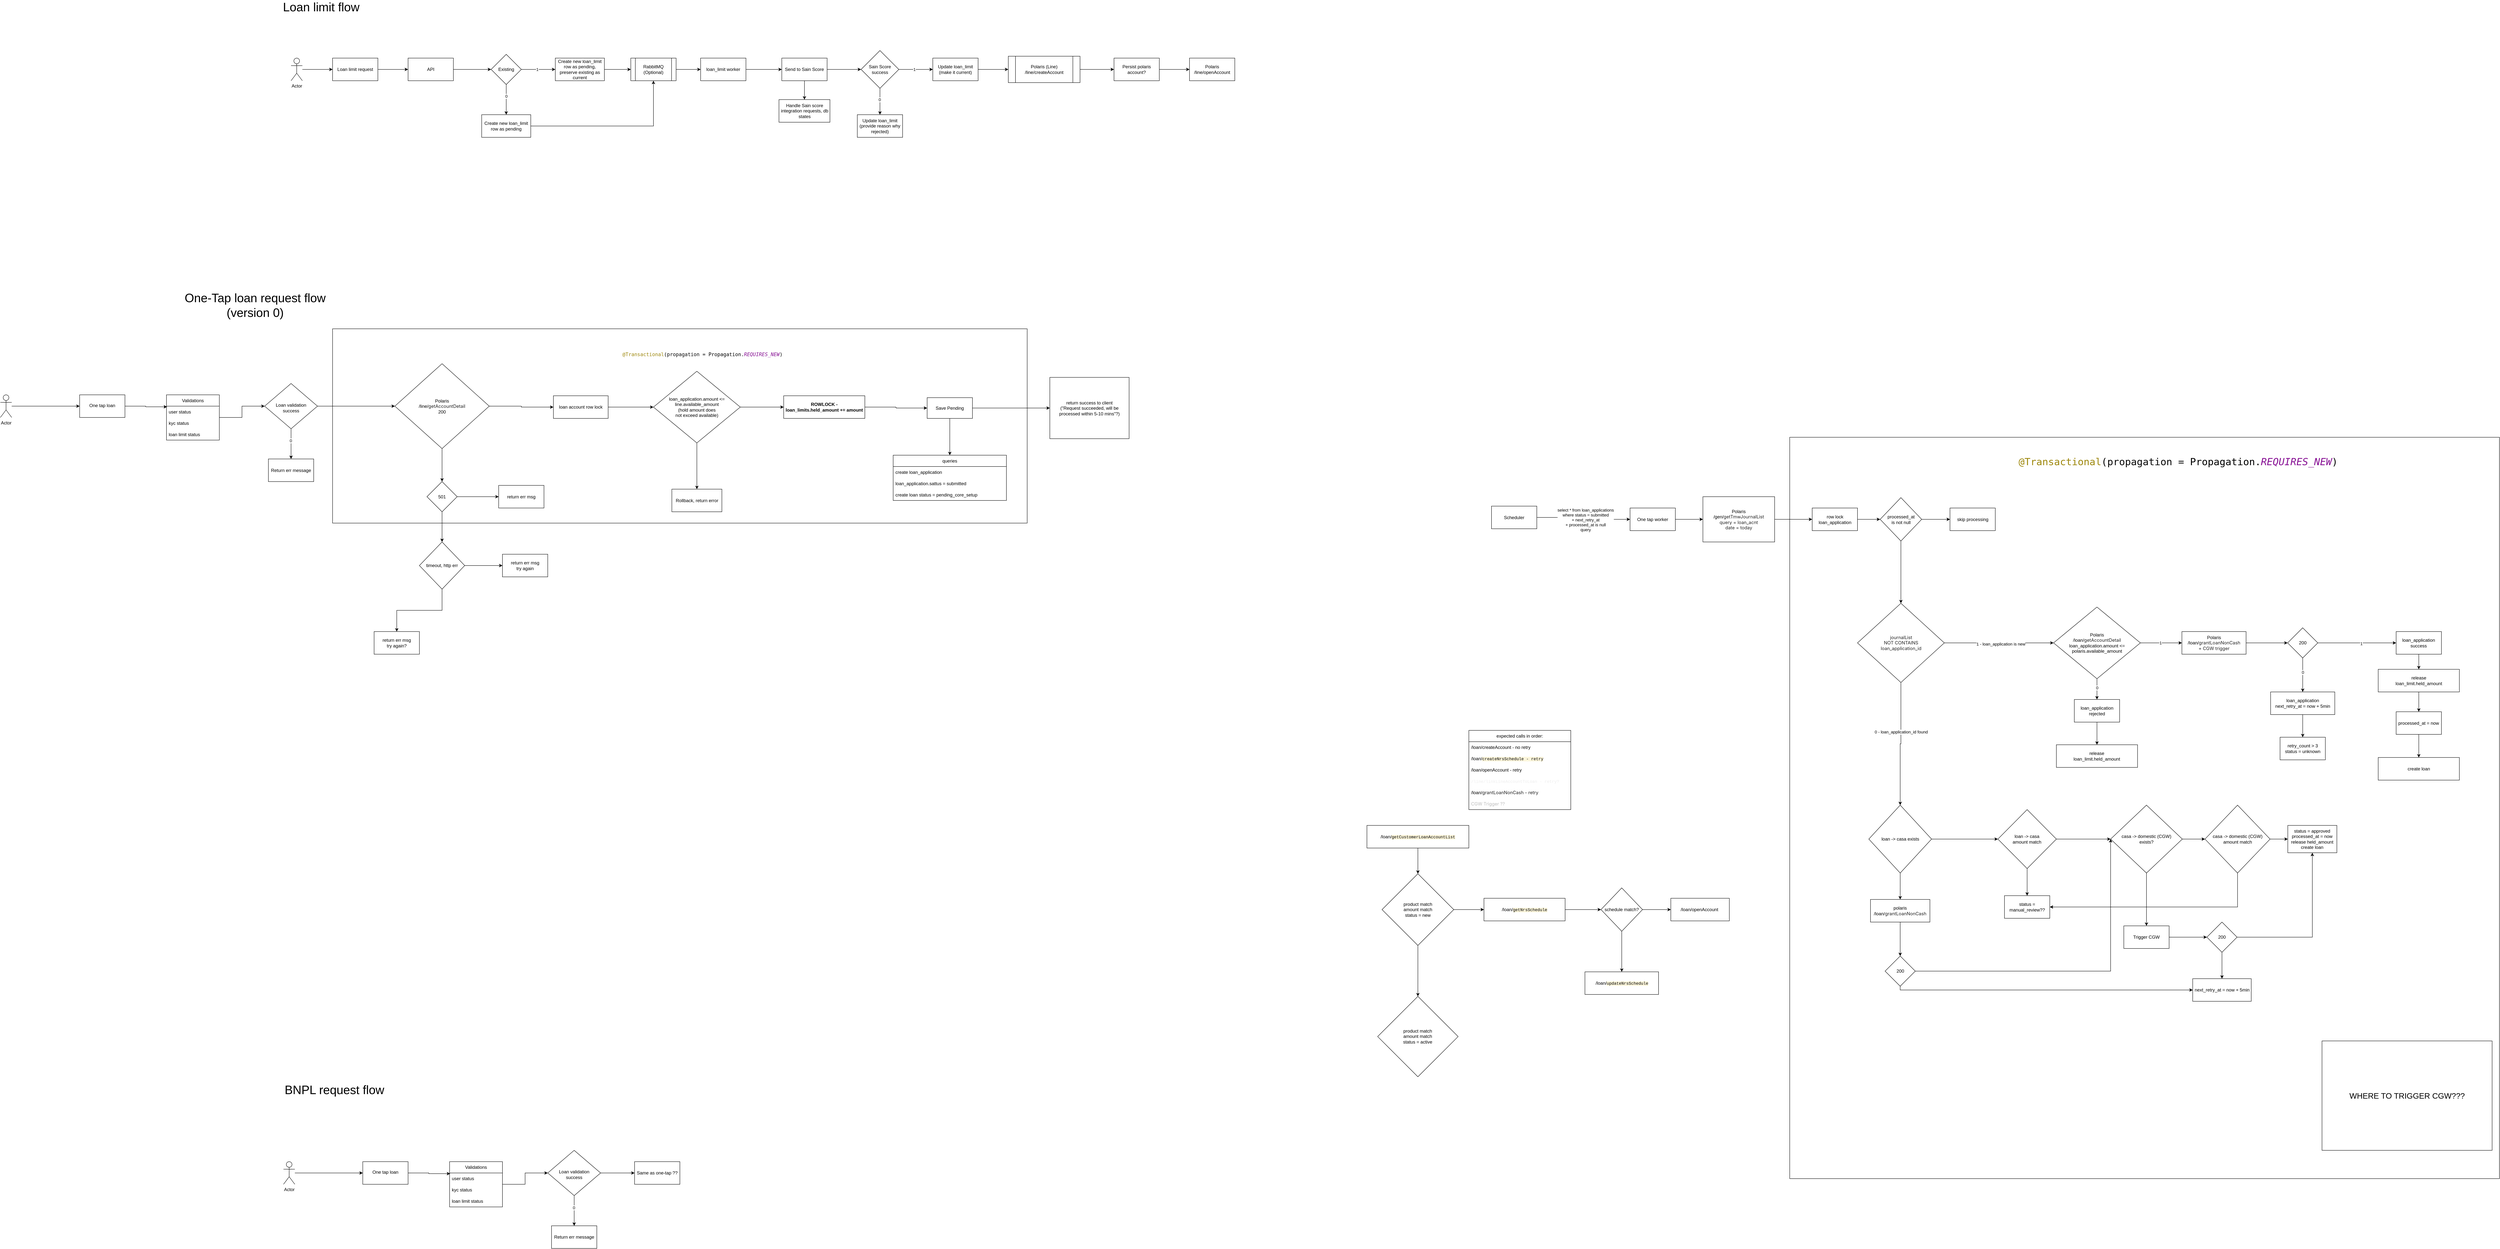
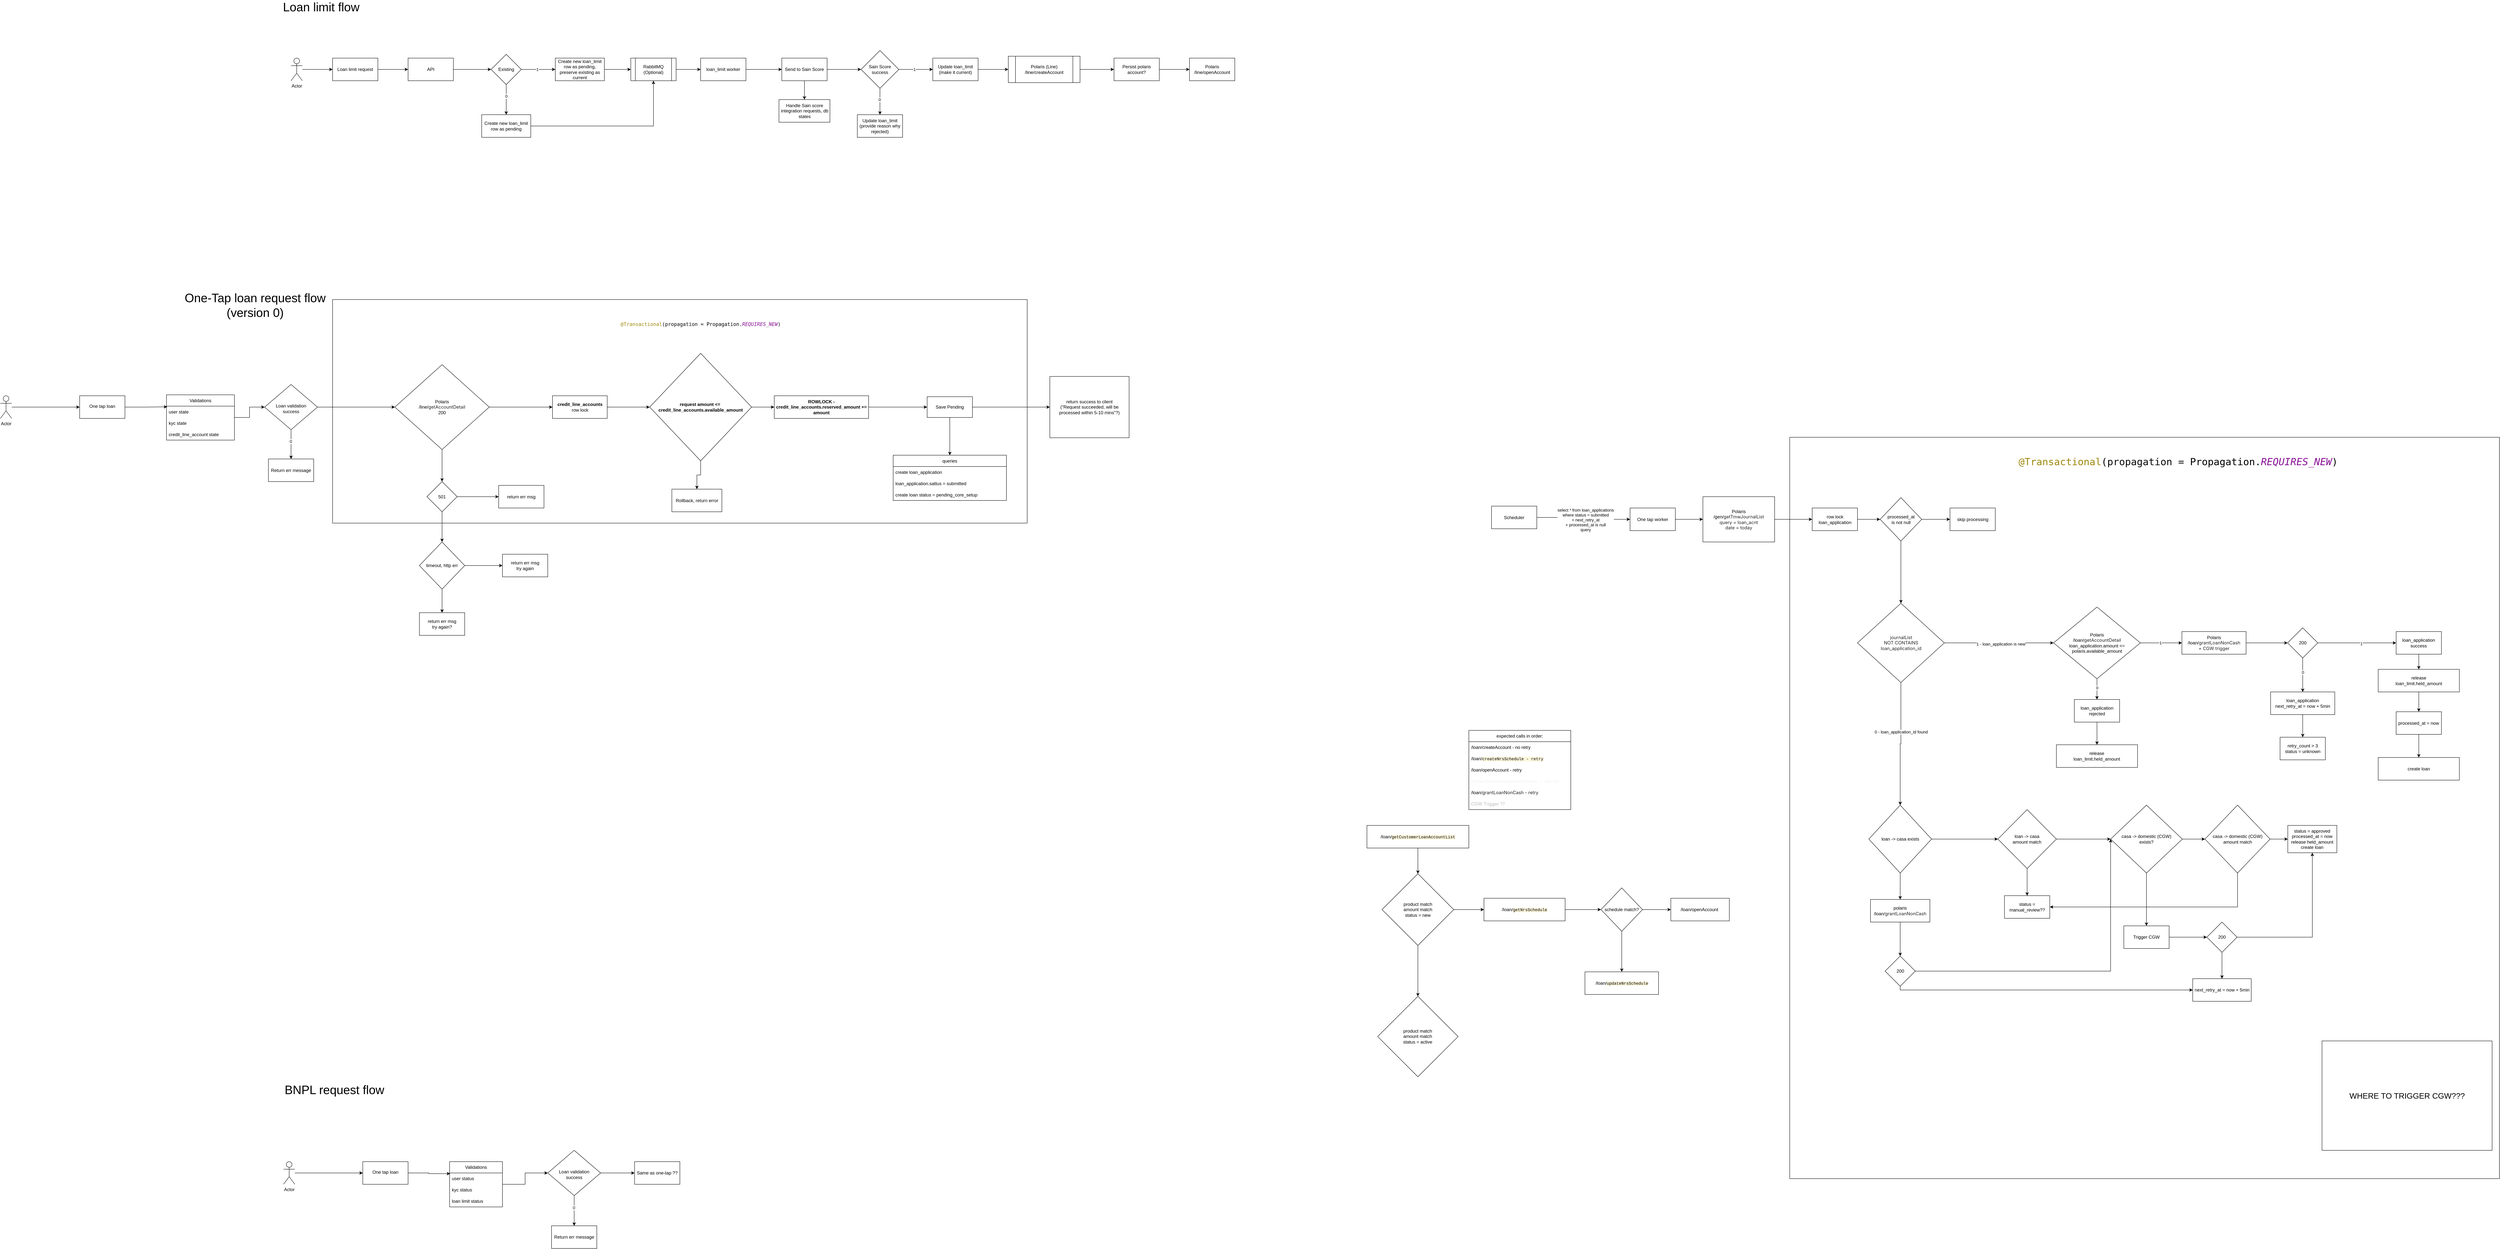
<mxfile host="app.diagrams.net">
  <diagram name="Page-1" id="VCBSuIh8bz7kurrQ0Zaz">
    <mxGraphModel dx="2259" dy="824" grid="1" gridSize="10" guides="1" tooltips="1" connect="1" arrows="1" fold="1" page="1" pageScale="1" pageWidth="850" pageHeight="1100" math="0" shadow="0">
      <root>
        <mxCell id="0" />
        <mxCell id="1" parent="0" />
        <mxCell id="In8fDh9ZLN2M87an2Miy-188" parent="1" style="rounded=0;whiteSpace=wrap;html=1;movable=0;resizable=0;rotatable=0;deletable=0;editable=0;locked=1;connectable=0;" value="" vertex="1">
          <mxGeometry height="1965" width="1880" x="4010" y="1215" as="geometry" />
        </mxCell>
        <mxCell id="In8fDh9ZLN2M87an2Miy-172" parent="1" style="rounded=0;whiteSpace=wrap;html=1;movable=1;resizable=1;rotatable=1;deletable=1;editable=1;locked=0;connectable=1;" value="" vertex="1">
-           <mxGeometry height="515" width="1840" x="150" y="927.5" as="geometry" />
+           <mxGeometry height="592.5" width="1840" x="150" y="850" as="geometry" />
        </mxCell>
        <mxCell id="KqixbsF9o6dLofBvsG9t-5" edge="1" parent="1" source="KqixbsF9o6dLofBvsG9t-1" style="edgeStyle=orthogonalEdgeStyle;rounded=0;orthogonalLoop=1;jettySize=auto;html=1;" target="KqixbsF9o6dLofBvsG9t-4" value="">
          <mxGeometry relative="1" as="geometry" />
        </mxCell>
        <mxCell id="KqixbsF9o6dLofBvsG9t-1" parent="1" style="rounded=0;whiteSpace=wrap;html=1;" value="Loan limit request" vertex="1">
          <mxGeometry height="60" width="120" x="150" y="210" as="geometry" />
        </mxCell>
        <mxCell id="KqixbsF9o6dLofBvsG9t-3" edge="1" parent="1" source="KqixbsF9o6dLofBvsG9t-2" style="edgeStyle=orthogonalEdgeStyle;rounded=0;orthogonalLoop=1;jettySize=auto;html=1;" target="KqixbsF9o6dLofBvsG9t-1" value="">
          <mxGeometry relative="1" as="geometry" />
        </mxCell>
        <mxCell id="KqixbsF9o6dLofBvsG9t-2" parent="1" style="shape=umlActor;verticalLabelPosition=bottom;verticalAlign=top;html=1;outlineConnect=0;" value="Actor" vertex="1">
          <mxGeometry height="60" width="30" x="40" y="210" as="geometry" />
        </mxCell>
        <mxCell id="KqixbsF9o6dLofBvsG9t-9" edge="1" parent="1" source="KqixbsF9o6dLofBvsG9t-4" style="edgeStyle=orthogonalEdgeStyle;rounded=0;orthogonalLoop=1;jettySize=auto;html=1;" target="KqixbsF9o6dLofBvsG9t-8" value="">
          <mxGeometry relative="1" as="geometry" />
        </mxCell>
        <mxCell id="KqixbsF9o6dLofBvsG9t-4" parent="1" style="rounded=0;whiteSpace=wrap;html=1;" value="API" vertex="1">
          <mxGeometry height="60" width="120" x="350" y="210" as="geometry" />
        </mxCell>
        <mxCell id="KqixbsF9o6dLofBvsG9t-11" edge="1" parent="1" source="KqixbsF9o6dLofBvsG9t-8" style="edgeStyle=orthogonalEdgeStyle;rounded=0;orthogonalLoop=1;jettySize=auto;html=1;" target="KqixbsF9o6dLofBvsG9t-10" value="">
          <mxGeometry relative="1" as="geometry" />
        </mxCell>
        <mxCell id="KqixbsF9o6dLofBvsG9t-12" connectable="0" parent="KqixbsF9o6dLofBvsG9t-11" style="edgeLabel;html=1;align=center;verticalAlign=middle;resizable=0;points=[];" value="1" vertex="1">
          <mxGeometry relative="1" x="-0.079" as="geometry">
            <mxPoint as="offset" />
          </mxGeometry>
        </mxCell>
        <mxCell id="KqixbsF9o6dLofBvsG9t-14" edge="1" parent="1" source="KqixbsF9o6dLofBvsG9t-8" style="edgeStyle=orthogonalEdgeStyle;rounded=0;orthogonalLoop=1;jettySize=auto;html=1;" target="KqixbsF9o6dLofBvsG9t-13" value="">
          <mxGeometry relative="1" as="geometry" />
        </mxCell>
        <mxCell id="KqixbsF9o6dLofBvsG9t-15" connectable="0" parent="KqixbsF9o6dLofBvsG9t-14" style="edgeLabel;html=1;align=center;verticalAlign=middle;resizable=0;points=[];" value="0" vertex="1">
          <mxGeometry relative="1" x="-0.2407" as="geometry">
            <mxPoint as="offset" />
          </mxGeometry>
        </mxCell>
        <mxCell id="KqixbsF9o6dLofBvsG9t-8" parent="1" style="rhombus;whiteSpace=wrap;html=1;rounded=0;" value="Existing" vertex="1">
          <mxGeometry height="80" width="80" x="570" y="200" as="geometry" />
        </mxCell>
        <mxCell id="KqixbsF9o6dLofBvsG9t-23" edge="1" parent="1" source="KqixbsF9o6dLofBvsG9t-10" style="edgeStyle=orthogonalEdgeStyle;rounded=0;orthogonalLoop=1;jettySize=auto;html=1;" target="KqixbsF9o6dLofBvsG9t-22" value="">
          <mxGeometry relative="1" as="geometry" />
        </mxCell>
        <mxCell id="KqixbsF9o6dLofBvsG9t-10" parent="1" style="whiteSpace=wrap;html=1;rounded=0;" value="Create new loan_limit row as pending, preserve existing as current" vertex="1">
          <mxGeometry height="60" width="130" x="740" y="210" as="geometry" />
        </mxCell>
        <mxCell id="KqixbsF9o6dLofBvsG9t-26" edge="1" parent="1" source="KqixbsF9o6dLofBvsG9t-13" style="edgeStyle=orthogonalEdgeStyle;rounded=0;orthogonalLoop=1;jettySize=auto;html=1;entryX=0.5;entryY=1;entryDx=0;entryDy=0;" target="KqixbsF9o6dLofBvsG9t-22">
          <mxGeometry relative="1" as="geometry" />
        </mxCell>
        <mxCell id="KqixbsF9o6dLofBvsG9t-13" parent="1" style="whiteSpace=wrap;html=1;rounded=0;" value="Create new loan_limit row as pending" vertex="1">
          <mxGeometry height="60" width="130" x="545" y="360" as="geometry" />
        </mxCell>
        <mxCell id="KqixbsF9o6dLofBvsG9t-25" edge="1" parent="1" source="KqixbsF9o6dLofBvsG9t-22" style="edgeStyle=orthogonalEdgeStyle;rounded=0;orthogonalLoop=1;jettySize=auto;html=1;" target="KqixbsF9o6dLofBvsG9t-24" value="">
          <mxGeometry relative="1" as="geometry" />
        </mxCell>
        <mxCell id="KqixbsF9o6dLofBvsG9t-22" parent="1" style="shape=process;whiteSpace=wrap;html=1;backgroundOutline=1;rounded=0;" value="RabbitMQ (Optional)" vertex="1">
          <mxGeometry height="60" width="120" x="940" y="210" as="geometry" />
        </mxCell>
        <mxCell id="KqixbsF9o6dLofBvsG9t-28" edge="1" parent="1" source="KqixbsF9o6dLofBvsG9t-24" style="edgeStyle=orthogonalEdgeStyle;rounded=0;orthogonalLoop=1;jettySize=auto;html=1;" target="KqixbsF9o6dLofBvsG9t-27" value="">
          <mxGeometry relative="1" as="geometry" />
        </mxCell>
        <mxCell id="KqixbsF9o6dLofBvsG9t-24" parent="1" style="whiteSpace=wrap;html=1;rounded=0;" value="loan_limit worker" vertex="1">
          <mxGeometry height="60" width="120" x="1125" y="210" as="geometry" />
        </mxCell>
        <mxCell id="KqixbsF9o6dLofBvsG9t-30" edge="1" parent="1" source="KqixbsF9o6dLofBvsG9t-27" style="edgeStyle=orthogonalEdgeStyle;rounded=0;orthogonalLoop=1;jettySize=auto;html=1;" target="KqixbsF9o6dLofBvsG9t-29" value="">
          <mxGeometry relative="1" as="geometry" />
        </mxCell>
        <mxCell id="KqixbsF9o6dLofBvsG9t-38" edge="1" parent="1" source="KqixbsF9o6dLofBvsG9t-27" style="edgeStyle=orthogonalEdgeStyle;rounded=0;orthogonalLoop=1;jettySize=auto;html=1;" target="KqixbsF9o6dLofBvsG9t-37" value="">
          <mxGeometry relative="1" as="geometry" />
        </mxCell>
        <mxCell id="KqixbsF9o6dLofBvsG9t-27" parent="1" style="whiteSpace=wrap;html=1;rounded=0;" value="Send to Sain Score" vertex="1">
          <mxGeometry height="60" width="120" x="1340" y="210" as="geometry" />
        </mxCell>
        <mxCell id="KqixbsF9o6dLofBvsG9t-32" edge="1" parent="1" source="KqixbsF9o6dLofBvsG9t-29" style="edgeStyle=orthogonalEdgeStyle;rounded=0;orthogonalLoop=1;jettySize=auto;html=1;" target="KqixbsF9o6dLofBvsG9t-31" value="">
          <mxGeometry relative="1" as="geometry" />
        </mxCell>
        <mxCell id="KqixbsF9o6dLofBvsG9t-33" connectable="0" parent="KqixbsF9o6dLofBvsG9t-32" style="edgeLabel;html=1;align=center;verticalAlign=middle;resizable=0;points=[];" value="1" vertex="1">
          <mxGeometry relative="1" x="-0.1048" as="geometry">
            <mxPoint as="offset" />
          </mxGeometry>
        </mxCell>
        <mxCell id="KqixbsF9o6dLofBvsG9t-35" edge="1" parent="1" source="KqixbsF9o6dLofBvsG9t-29" style="edgeStyle=orthogonalEdgeStyle;rounded=0;orthogonalLoop=1;jettySize=auto;html=1;" target="KqixbsF9o6dLofBvsG9t-34" value="">
          <mxGeometry relative="1" as="geometry" />
        </mxCell>
        <mxCell id="KqixbsF9o6dLofBvsG9t-36" connectable="0" parent="KqixbsF9o6dLofBvsG9t-35" style="edgeLabel;html=1;align=center;verticalAlign=middle;resizable=0;points=[];" value="0" vertex="1">
          <mxGeometry relative="1" x="-0.1429" y="-1" as="geometry">
            <mxPoint as="offset" />
          </mxGeometry>
        </mxCell>
        <mxCell id="KqixbsF9o6dLofBvsG9t-29" parent="1" style="rhombus;whiteSpace=wrap;html=1;rounded=0;" value="Sain Score success" vertex="1">
          <mxGeometry height="100" width="100" x="1550" y="190" as="geometry" />
        </mxCell>
        <mxCell id="KqixbsF9o6dLofBvsG9t-66" edge="1" parent="1" source="KqixbsF9o6dLofBvsG9t-31" style="edgeStyle=orthogonalEdgeStyle;rounded=0;orthogonalLoop=1;jettySize=auto;html=1;" target="KqixbsF9o6dLofBvsG9t-65" value="">
          <mxGeometry relative="1" as="geometry" />
        </mxCell>
        <mxCell id="KqixbsF9o6dLofBvsG9t-31" parent="1" style="whiteSpace=wrap;html=1;rounded=0;" value="Update loan_limit (make it current)" vertex="1">
          <mxGeometry height="60" width="120" x="1740" y="210" as="geometry" />
        </mxCell>
        <mxCell id="KqixbsF9o6dLofBvsG9t-34" parent="1" style="whiteSpace=wrap;html=1;rounded=0;" value="Update loan_limit&lt;br&gt;(provide reason why rejected)" vertex="1">
          <mxGeometry height="60" width="120" x="1540" y="360" as="geometry" />
        </mxCell>
        <mxCell id="KqixbsF9o6dLofBvsG9t-37" parent="1" style="whiteSpace=wrap;html=1;rounded=0;" value="Handle Sain score integration requests, db states" vertex="1">
          <mxGeometry height="60" width="135" x="1332.5" y="320" as="geometry" />
        </mxCell>
        <mxCell id="KqixbsF9o6dLofBvsG9t-40" parent="1" style="text;html=1;whiteSpace=wrap;strokeColor=none;fillColor=none;align=center;verticalAlign=middle;rounded=0;fontSize=32;" value="Loan limit flow" vertex="1">
          <mxGeometry height="30" width="260" x="-10" y="60" as="geometry" />
        </mxCell>
        <mxCell id="KqixbsF9o6dLofBvsG9t-74" edge="1" parent="1" source="KqixbsF9o6dLofBvsG9t-65" style="edgeStyle=orthogonalEdgeStyle;rounded=0;orthogonalLoop=1;jettySize=auto;html=1;" target="KqixbsF9o6dLofBvsG9t-73" value="">
          <mxGeometry relative="1" as="geometry" />
        </mxCell>
        <mxCell id="KqixbsF9o6dLofBvsG9t-65" parent="1" style="shape=process;whiteSpace=wrap;html=1;backgroundOutline=1;rounded=0;" value="Polaris (Line)&lt;br&gt;/line/createAccount" vertex="1">
          <mxGeometry height="70" width="190" x="1940" y="205" as="geometry" />
        </mxCell>
        <mxCell id="P7TJZT1PVnBYbLh7lMs1-4" edge="1" parent="1" source="KqixbsF9o6dLofBvsG9t-73" style="edgeStyle=orthogonalEdgeStyle;rounded=0;orthogonalLoop=1;jettySize=auto;html=1;" target="P7TJZT1PVnBYbLh7lMs1-3" value="">
          <mxGeometry relative="1" as="geometry" />
        </mxCell>
        <mxCell id="KqixbsF9o6dLofBvsG9t-73" parent="1" style="whiteSpace=wrap;html=1;rounded=0;" value="Persist polaris account?" vertex="1">
          <mxGeometry height="60" width="120" x="2220" y="210" as="geometry" />
        </mxCell>
        <mxCell id="U8Ajh8Gpa-m2DNKNFQys-1" parent="1" style="text;html=1;whiteSpace=wrap;strokeColor=none;fillColor=none;align=center;verticalAlign=middle;rounded=0;fontSize=32;" value="One-Tap loan request flow (version 0)" vertex="1">
          <mxGeometry height="30" width="470" x="-290" y="850" as="geometry" />
        </mxCell>
        <mxCell id="In8fDh9ZLN2M87an2Miy-1" edge="1" parent="1" source="In8fDh9ZLN2M87an2Miy-2" style="edgeStyle=orthogonalEdgeStyle;rounded=0;orthogonalLoop=1;jettySize=auto;html=1;" target="In8fDh9ZLN2M87an2Miy-4" value="">
          <mxGeometry relative="1" as="geometry" />
        </mxCell>
        <mxCell id="In8fDh9ZLN2M87an2Miy-2" parent="1" style="shape=umlActor;verticalLabelPosition=bottom;verticalAlign=top;html=1;outlineConnect=0;" value="Actor" vertex="1">
-           <mxGeometry height="60" width="30" x="-730" y="1102.5" as="geometry" />
+           <mxGeometry height="60" width="30" x="-730" y="1105" as="geometry" />
        </mxCell>
        <mxCell id="In8fDh9ZLN2M87an2Miy-3" edge="1" parent="1" source="In8fDh9ZLN2M87an2Miy-4" style="edgeStyle=orthogonalEdgeStyle;rounded=0;orthogonalLoop=1;jettySize=auto;html=1;entryX=0.011;entryY=0.06;entryDx=0;entryDy=0;entryPerimeter=0;" target="In8fDh9ZLN2M87an2Miy-28" value="">
          <mxGeometry relative="1" as="geometry">
            <mxPoint x="-310" y="1132.5" as="targetPoint" />
          </mxGeometry>
        </mxCell>
        <mxCell id="In8fDh9ZLN2M87an2Miy-4" parent="1" style="whiteSpace=wrap;html=1;verticalAlign=top;" value="&lt;div&gt;&lt;br&gt;&lt;/div&gt;&lt;div&gt;One tap loan&lt;/div&gt;" vertex="1">
-           <mxGeometry height="60" width="120" x="-520" y="1102.5" as="geometry" />
+           <mxGeometry height="60" width="120" x="-520" y="1105" as="geometry" />
        </mxCell>
        <mxCell id="In8fDh9ZLN2M87an2Miy-7" edge="1" parent="1" source="In8fDh9ZLN2M87an2Miy-9" style="edgeStyle=orthogonalEdgeStyle;rounded=0;orthogonalLoop=1;jettySize=auto;html=1;" target="In8fDh9ZLN2M87an2Miy-13" value="">
          <mxGeometry relative="1" as="geometry" />
        </mxCell>
        <mxCell id="In8fDh9ZLN2M87an2Miy-8" connectable="0" parent="In8fDh9ZLN2M87an2Miy-7" style="edgeLabel;html=1;align=center;verticalAlign=middle;resizable=0;points=[];" value="0" vertex="1">
          <mxGeometry relative="1" x="-0.2091" y="-1" as="geometry">
            <mxPoint as="offset" />
          </mxGeometry>
        </mxCell>
        <mxCell id="In8fDh9ZLN2M87an2Miy-230" edge="1" parent="1" source="In8fDh9ZLN2M87an2Miy-9" style="edgeStyle=orthogonalEdgeStyle;rounded=0;orthogonalLoop=1;jettySize=auto;html=1;" target="In8fDh9ZLN2M87an2Miy-228">
          <mxGeometry relative="1" as="geometry" />
        </mxCell>
        <mxCell id="In8fDh9ZLN2M87an2Miy-9" parent="1" style="rhombus;whiteSpace=wrap;html=1;verticalAlign=top;" value="&lt;br&gt;&lt;br&gt;&lt;div&gt;&lt;br&gt;&lt;/div&gt;&lt;div&gt;Loan validation&lt;br&gt;success&lt;/div&gt;" vertex="1">
-           <mxGeometry height="120" width="140" x="-30" y="1072.5" as="geometry" />
+           <mxGeometry height="120" width="140" x="-30" y="1075" as="geometry" />
        </mxCell>
        <mxCell id="In8fDh9ZLN2M87an2Miy-10" edge="1" parent="1" source="In8fDh9ZLN2M87an2Miy-12" style="edgeStyle=orthogonalEdgeStyle;rounded=0;orthogonalLoop=1;jettySize=auto;html=1;entryX=0.5;entryY=0;entryDx=0;entryDy=0;" target="In8fDh9ZLN2M87an2Miy-14">
          <mxGeometry relative="1" as="geometry" />
        </mxCell>
        <mxCell id="In8fDh9ZLN2M87an2Miy-54" edge="1" parent="1" source="In8fDh9ZLN2M87an2Miy-105" style="edgeStyle=orthogonalEdgeStyle;rounded=0;orthogonalLoop=1;jettySize=auto;html=1;exitX=1;exitY=0.5;exitDx=0;exitDy=0;" target="In8fDh9ZLN2M87an2Miy-53" value="">
          <mxGeometry relative="1" as="geometry">
            <mxPoint x="3329.5" y="1432.5" as="sourcePoint" />
          </mxGeometry>
        </mxCell>
        <mxCell id="In8fDh9ZLN2M87an2Miy-55" connectable="0" parent="In8fDh9ZLN2M87an2Miy-54" style="edgeLabel;html=1;align=center;verticalAlign=middle;resizable=0;points=[];" value="select * from loan_applications&lt;br&gt;where status = submitted&lt;br&gt;+ next_retry_at&lt;br&gt;+ processed_at is null&lt;br&gt;query" vertex="1">
          <mxGeometry relative="1" x="0.0637" y="-1" as="geometry">
            <mxPoint as="offset" />
          </mxGeometry>
        </mxCell>
        <mxCell id="In8fDh9ZLN2M87an2Miy-246" edge="1" parent="1" source="In8fDh9ZLN2M87an2Miy-12" style="edgeStyle=orthogonalEdgeStyle;rounded=0;orthogonalLoop=1;jettySize=auto;html=1;entryX=0;entryY=0.5;entryDx=0;entryDy=0;" target="In8fDh9ZLN2M87an2Miy-185">
          <mxGeometry relative="1" as="geometry">
            <mxPoint x="2120" y="1137" as="targetPoint" />
          </mxGeometry>
        </mxCell>
        <mxCell id="In8fDh9ZLN2M87an2Miy-12" parent="1" style="whiteSpace=wrap;html=1;verticalAlign=middle;" value="Save Pending" vertex="1">
-           <mxGeometry height="55" width="120" x="1725" y="1110" as="geometry" />
+           <mxGeometry height="55" width="120" x="1725" y="1107.5" as="geometry" />
        </mxCell>
        <mxCell id="In8fDh9ZLN2M87an2Miy-13" parent="1" style="whiteSpace=wrap;html=1;verticalAlign=middle;" value="Return err message" vertex="1">
          <mxGeometry height="60" width="120" x="-20" y="1272.5" as="geometry" />
        </mxCell>
        <mxCell id="In8fDh9ZLN2M87an2Miy-14" parent="1" style="swimlane;fontStyle=0;childLayout=stackLayout;horizontal=1;startSize=30;horizontalStack=0;resizeParent=1;resizeParentMax=0;resizeLast=0;collapsible=1;marginBottom=0;whiteSpace=wrap;html=1;" value="queries" vertex="1">
          <mxGeometry height="120" width="300" x="1635" y="1262.5" as="geometry" />
        </mxCell>
        <mxCell id="In8fDh9ZLN2M87an2Miy-15" parent="In8fDh9ZLN2M87an2Miy-14" style="text;strokeColor=none;fillColor=none;align=left;verticalAlign=middle;spacingLeft=4;spacingRight=4;overflow=hidden;points=[[0,0.5],[1,0.5]];portConstraint=eastwest;rotatable=0;whiteSpace=wrap;html=1;" value="create loan_application" vertex="1">
          <mxGeometry height="30" width="300" y="30" as="geometry" />
        </mxCell>
        <mxCell id="In8fDh9ZLN2M87an2Miy-104" parent="In8fDh9ZLN2M87an2Miy-14" style="text;strokeColor=none;fillColor=none;align=left;verticalAlign=middle;spacingLeft=4;spacingRight=4;overflow=hidden;points=[[0,0.5],[1,0.5]];portConstraint=eastwest;rotatable=0;whiteSpace=wrap;html=1;" value="loan_application.sattus = submitted" vertex="1">
          <mxGeometry height="30" width="300" y="60" as="geometry" />
        </mxCell>
        <mxCell id="In8fDh9ZLN2M87an2Miy-17" parent="In8fDh9ZLN2M87an2Miy-14" style="text;strokeColor=none;fillColor=none;align=left;verticalAlign=middle;spacingLeft=4;spacingRight=4;overflow=hidden;points=[[0,0.5],[1,0.5]];portConstraint=eastwest;rotatable=0;whiteSpace=wrap;html=1;" value="create loan status = pending_core_setup" vertex="1">
          <mxGeometry height="30" width="300" y="90" as="geometry" />
        </mxCell>
        <mxCell id="In8fDh9ZLN2M87an2Miy-32" edge="1" parent="1" source="In8fDh9ZLN2M87an2Miy-27" style="edgeStyle=orthogonalEdgeStyle;rounded=0;orthogonalLoop=1;jettySize=auto;html=1;entryX=0;entryY=0.5;entryDx=0;entryDy=0;" target="In8fDh9ZLN2M87an2Miy-9">
          <mxGeometry relative="1" as="geometry" />
        </mxCell>
        <mxCell id="In8fDh9ZLN2M87an2Miy-27" parent="1" style="swimlane;fontStyle=0;childLayout=stackLayout;horizontal=1;startSize=30;horizontalStack=0;resizeParent=1;resizeParentMax=0;resizeLast=0;collapsible=1;marginBottom=0;whiteSpace=wrap;html=1;" value="Validations" vertex="1">
-           <mxGeometry height="120" width="140" x="-290" y="1102.5" as="geometry" />
-         </mxCell>
-         <mxCell id="In8fDh9ZLN2M87an2Miy-28" parent="In8fDh9ZLN2M87an2Miy-27" style="text;strokeColor=none;fillColor=none;align=left;verticalAlign=middle;spacingLeft=4;spacingRight=4;overflow=hidden;points=[[0,0.5],[1,0.5]];portConstraint=eastwest;rotatable=0;whiteSpace=wrap;html=1;" value="user status" vertex="1">
-           <mxGeometry height="30" width="140" y="30" as="geometry" />
-         </mxCell>
-         <mxCell id="In8fDh9ZLN2M87an2Miy-29" parent="In8fDh9ZLN2M87an2Miy-27" style="text;strokeColor=none;fillColor=none;align=left;verticalAlign=middle;spacingLeft=4;spacingRight=4;overflow=hidden;points=[[0,0.5],[1,0.5]];portConstraint=eastwest;rotatable=0;whiteSpace=wrap;html=1;" value="kyc status" vertex="1">
-           <mxGeometry height="30" width="140" y="60" as="geometry" />
-         </mxCell>
-         <mxCell id="In8fDh9ZLN2M87an2Miy-33" parent="In8fDh9ZLN2M87an2Miy-27" style="text;strokeColor=none;fillColor=none;align=left;verticalAlign=middle;spacingLeft=4;spacingRight=4;overflow=hidden;points=[[0,0.5],[1,0.5]];portConstraint=eastwest;rotatable=0;whiteSpace=wrap;html=1;" value="loan limit status" vertex="1">
-           <mxGeometry height="30" width="140" y="90" as="geometry" />
+           <mxGeometry height="120" width="180" x="-290" y="1102.5" as="geometry" />
+         </mxCell>
+         <mxCell id="In8fDh9ZLN2M87an2Miy-28" parent="In8fDh9ZLN2M87an2Miy-27" style="text;strokeColor=none;fillColor=none;align=left;verticalAlign=middle;spacingLeft=4;spacingRight=4;overflow=hidden;points=[[0,0.5],[1,0.5]];portConstraint=eastwest;rotatable=0;whiteSpace=wrap;html=1;" value="user state" vertex="1">
+           <mxGeometry height="30" width="180" y="30" as="geometry" />
+         </mxCell>
+         <mxCell id="In8fDh9ZLN2M87an2Miy-29" parent="In8fDh9ZLN2M87an2Miy-27" style="text;strokeColor=none;fillColor=none;align=left;verticalAlign=middle;spacingLeft=4;spacingRight=4;overflow=hidden;points=[[0,0.5],[1,0.5]];portConstraint=eastwest;rotatable=0;whiteSpace=wrap;html=1;" value="kyc state" vertex="1">
+           <mxGeometry height="30" width="180" y="60" as="geometry" />
+         </mxCell>
+         <mxCell id="In8fDh9ZLN2M87an2Miy-33" parent="In8fDh9ZLN2M87an2Miy-27" style="text;strokeColor=none;fillColor=none;align=left;verticalAlign=middle;spacingLeft=4;spacingRight=4;overflow=hidden;points=[[0,0.5],[1,0.5]];portConstraint=eastwest;rotatable=0;whiteSpace=wrap;html=1;" value="credit_line_account state" vertex="1">
+           <mxGeometry height="30" width="180" y="90" as="geometry" />
        </mxCell>
        <mxCell id="In8fDh9ZLN2M87an2Miy-116" edge="1" parent="1" source="In8fDh9ZLN2M87an2Miy-53" style="edgeStyle=orthogonalEdgeStyle;rounded=0;orthogonalLoop=1;jettySize=auto;html=1;entryX=0;entryY=0.5;entryDx=0;entryDy=0;" target="In8fDh9ZLN2M87an2Miy-68">
          <mxGeometry relative="1" as="geometry" />
        </mxCell>
        <mxCell id="In8fDh9ZLN2M87an2Miy-53" parent="1" style="whiteSpace=wrap;html=1;" value="One tap worker" vertex="1">
          <mxGeometry height="60" width="120" x="3587" y="1402.5" as="geometry" />
        </mxCell>
        <mxCell id="In8fDh9ZLN2M87an2Miy-67" edge="1" parent="1" source="In8fDh9ZLN2M87an2Miy-58" style="edgeStyle=orthogonalEdgeStyle;rounded=0;orthogonalLoop=1;jettySize=auto;html=1;entryX=0;entryY=0.5;entryDx=0;entryDy=0;" target="In8fDh9ZLN2M87an2Miy-66" value="">
          <mxGeometry relative="1" as="geometry">
            <mxPoint x="5343.87" y="1760" as="targetPoint" />
          </mxGeometry>
        </mxCell>
        <mxCell id="In8fDh9ZLN2M87an2Miy-58" parent="1" style="whiteSpace=wrap;html=1;" value="Polaris /loan/&lt;span style=&quot;color: rgb(33, 33, 33); font-family: Inter, system-ui, -apple-system, &amp;quot;system-ui&amp;quot;, &amp;quot;Segoe UI&amp;quot;, Roboto, Oxygen, Ubuntu, Cantarell, &amp;quot;Fira Sans&amp;quot;, &amp;quot;Droid Sans&amp;quot;, Helvetica, Arial, sans-serif; text-align: left; white-space: pre-wrap; background-color: rgb(255, 255, 255);&quot;&gt;grantLoanNonCash&lt;br/&gt;+ CGW trigger&lt;/span&gt;" vertex="1">
          <mxGeometry height="60" width="170" x="5048.87" y="1730" as="geometry" />
        </mxCell>
        <mxCell id="In8fDh9ZLN2M87an2Miy-62" edge="1" parent="1" source="In8fDh9ZLN2M87an2Miy-59" style="edgeStyle=orthogonalEdgeStyle;rounded=0;orthogonalLoop=1;jettySize=auto;html=1;" target="In8fDh9ZLN2M87an2Miy-61" value="">
          <mxGeometry relative="1" as="geometry" />
        </mxCell>
        <mxCell id="In8fDh9ZLN2M87an2Miy-91" connectable="0" parent="In8fDh9ZLN2M87an2Miy-62" style="edgeLabel;html=1;align=center;verticalAlign=middle;resizable=0;points=[];" value="0" vertex="1">
          <mxGeometry relative="1" x="-0.1431" as="geometry">
            <mxPoint as="offset" />
          </mxGeometry>
        </mxCell>
        <mxCell id="In8fDh9ZLN2M87an2Miy-65" edge="1" parent="1" source="In8fDh9ZLN2M87an2Miy-59" style="edgeStyle=orthogonalEdgeStyle;rounded=0;orthogonalLoop=1;jettySize=auto;html=1;" target="In8fDh9ZLN2M87an2Miy-58">
          <mxGeometry relative="1" as="geometry" />
        </mxCell>
        <mxCell id="In8fDh9ZLN2M87an2Miy-90" connectable="0" parent="In8fDh9ZLN2M87an2Miy-65" style="edgeLabel;html=1;align=center;verticalAlign=middle;resizable=0;points=[];" value="1" vertex="1">
          <mxGeometry relative="1" x="-0.0451" as="geometry">
            <mxPoint as="offset" />
          </mxGeometry>
        </mxCell>
        <mxCell id="In8fDh9ZLN2M87an2Miy-59" parent="1" style="rhombus;whiteSpace=wrap;html=1;" value="Polaris&lt;br&gt;/loan/&lt;span style=&quot;color: rgb(33, 33, 33); font-family: Inter, system-ui, -apple-system, &amp;quot;system-ui&amp;quot;, &amp;quot;Segoe UI&amp;quot;, Roboto, Oxygen, Ubuntu, Cantarell, &amp;quot;Fira Sans&amp;quot;, &amp;quot;Droid Sans&amp;quot;, Helvetica, Arial, sans-serif; text-align: left; white-space: pre-wrap; background-color: rgb(255, 255, 255);&quot;&gt;getAccountDetail&lt;/span&gt;&lt;br&gt;loan_application.amount &amp;lt;= polaris.available_amount" vertex="1">
          <mxGeometry height="190" width="230" x="4708.87" y="1665" as="geometry" />
        </mxCell>
        <mxCell id="In8fDh9ZLN2M87an2Miy-64" edge="1" parent="1" source="In8fDh9ZLN2M87an2Miy-61" style="edgeStyle=orthogonalEdgeStyle;rounded=0;orthogonalLoop=1;jettySize=auto;html=1;" target="In8fDh9ZLN2M87an2Miy-63" value="">
          <mxGeometry relative="1" as="geometry" />
        </mxCell>
        <mxCell id="In8fDh9ZLN2M87an2Miy-61" parent="1" style="whiteSpace=wrap;html=1;" value="loan_application&lt;br&gt;rejected" vertex="1">
          <mxGeometry height="60" width="120" x="4763.87" y="1910" as="geometry" />
        </mxCell>
        <mxCell id="In8fDh9ZLN2M87an2Miy-63" parent="1" style="whiteSpace=wrap;html=1;" value="release &lt;br&gt;loan_limit.held_amount" vertex="1">
          <mxGeometry height="60" width="215" x="4716.37" y="2030" as="geometry" />
        </mxCell>
        <mxCell id="In8fDh9ZLN2M87an2Miy-81" edge="1" parent="1" source="In8fDh9ZLN2M87an2Miy-66" style="edgeStyle=orthogonalEdgeStyle;rounded=0;orthogonalLoop=1;jettySize=auto;html=1;entryX=0;entryY=0.5;entryDx=0;entryDy=0;" target="In8fDh9ZLN2M87an2Miy-79">
          <mxGeometry relative="1" as="geometry" />
        </mxCell>
        <mxCell id="In8fDh9ZLN2M87an2Miy-92" connectable="0" parent="In8fDh9ZLN2M87an2Miy-81" style="edgeLabel;html=1;align=center;verticalAlign=middle;resizable=0;points=[];" value="1" vertex="1">
          <mxGeometry relative="1" x="0.1055" y="-2" as="geometry">
            <mxPoint as="offset" />
          </mxGeometry>
        </mxCell>
        <mxCell id="In8fDh9ZLN2M87an2Miy-83" edge="1" parent="1" source="In8fDh9ZLN2M87an2Miy-66" style="edgeStyle=orthogonalEdgeStyle;rounded=0;orthogonalLoop=1;jettySize=auto;html=1;" target="In8fDh9ZLN2M87an2Miy-82" value="">
          <mxGeometry relative="1" as="geometry" />
        </mxCell>
        <mxCell id="In8fDh9ZLN2M87an2Miy-93" connectable="0" parent="In8fDh9ZLN2M87an2Miy-83" style="edgeLabel;html=1;align=center;verticalAlign=middle;resizable=0;points=[];" value="0" vertex="1">
          <mxGeometry relative="1" x="-0.1623" as="geometry">
            <mxPoint as="offset" />
          </mxGeometry>
        </mxCell>
        <mxCell id="In8fDh9ZLN2M87an2Miy-66" parent="1" style="rhombus;whiteSpace=wrap;html=1;" value="200" vertex="1">
          <mxGeometry height="80" width="80" x="5328.87" y="1720" as="geometry" />
        </mxCell>
        <mxCell id="In8fDh9ZLN2M87an2Miy-119" edge="1" parent="1" source="In8fDh9ZLN2M87an2Miy-68" style="edgeStyle=orthogonalEdgeStyle;rounded=0;orthogonalLoop=1;jettySize=auto;html=1;" target="In8fDh9ZLN2M87an2Miy-118" value="">
          <mxGeometry relative="1" as="geometry" />
        </mxCell>
        <mxCell id="In8fDh9ZLN2M87an2Miy-68" parent="1" style="whiteSpace=wrap;html=1;" value="Polaris&lt;br&gt;/gen/&lt;span style=&quot;white-space: pre-wrap; color: rgb(33, 33, 33); font-family: Inter, system-ui, -apple-system, &amp;quot;system-ui&amp;quot;, &amp;quot;Segoe UI&amp;quot;, Roboto, Oxygen, Ubuntu, Cantarell, &amp;quot;Fira Sans&amp;quot;, &amp;quot;Droid Sans&amp;quot;, Helvetica, Arial, sans-serif; text-align: left; background-color: rgb(255, 255, 255);&quot;&gt;getTmwJournalList&lt;br&gt;query = loan_acnt&lt;br/&gt;date = today&lt;/span&gt;" vertex="1">
          <mxGeometry height="120" width="190" x="3780" y="1372.5" as="geometry" />
        </mxCell>
        <mxCell id="In8fDh9ZLN2M87an2Miy-71" edge="1" parent="1" source="In8fDh9ZLN2M87an2Miy-69" style="edgeStyle=orthogonalEdgeStyle;rounded=0;orthogonalLoop=1;jettySize=auto;html=1;entryX=0;entryY=0.5;entryDx=0;entryDy=0;" target="In8fDh9ZLN2M87an2Miy-59">
          <mxGeometry relative="1" as="geometry" />
        </mxCell>
        <mxCell id="In8fDh9ZLN2M87an2Miy-77" connectable="0" parent="In8fDh9ZLN2M87an2Miy-71" style="edgeLabel;html=1;align=center;verticalAlign=middle;resizable=0;points=[];" value="1 - loan_application is new" vertex="1">
          <mxGeometry relative="1" x="0.0312" y="-3" as="geometry">
            <mxPoint as="offset" />
          </mxGeometry>
        </mxCell>
        <mxCell id="In8fDh9ZLN2M87an2Miy-73" edge="1" parent="1" source="In8fDh9ZLN2M87an2Miy-69" style="edgeStyle=orthogonalEdgeStyle;rounded=0;orthogonalLoop=1;jettySize=auto;html=1;entryX=0.5;entryY=0;entryDx=0;entryDy=0;" target="In8fDh9ZLN2M87an2Miy-111" value="">
          <mxGeometry relative="1" as="geometry">
            <mxPoint x="4303.87" y="1960" as="targetPoint" />
          </mxGeometry>
        </mxCell>
        <mxCell id="In8fDh9ZLN2M87an2Miy-74" connectable="0" parent="In8fDh9ZLN2M87an2Miy-73" style="edgeLabel;html=1;align=center;verticalAlign=middle;resizable=0;points=[];" value="0 - loan_application_id found" vertex="1">
          <mxGeometry relative="1" x="-0.1975" as="geometry">
            <mxPoint as="offset" />
          </mxGeometry>
        </mxCell>
        <mxCell id="In8fDh9ZLN2M87an2Miy-69" parent="1" style="rhombus;whiteSpace=wrap;html=1;verticalAlign=middle;" value="&lt;div style=&quot;text-align: center;&quot;&gt;&lt;span style=&quot;background-color: light-dark(rgb(255, 255, 255), rgb(18, 18, 18)); color: light-dark(rgb(33, 33, 33), rgb(209, 209, 209)); font-family: Inter, system-ui, -apple-system, &amp;quot;system-ui&amp;quot;, &amp;quot;Segoe UI&amp;quot;, Roboto, Oxygen, Ubuntu, Cantarell, &amp;quot;Fira Sans&amp;quot;, &amp;quot;Droid Sans&amp;quot;, Helvetica, Arial, sans-serif; text-align: left; white-space: pre-wrap;&quot;&gt;journalList&lt;br&gt;NOT CONTAINS&lt;/span&gt;&lt;/div&gt;&lt;span style=&quot;white-space: pre-wrap; color: rgb(33, 33, 33); font-family: Inter, system-ui, -apple-system, &amp;quot;system-ui&amp;quot;, &amp;quot;Segoe UI&amp;quot;, Roboto, Oxygen, Ubuntu, Cantarell, &amp;quot;Fira Sans&amp;quot;, &amp;quot;Droid Sans&amp;quot;, Helvetica, Arial, sans-serif; text-align: left; background-color: rgb(255, 255, 255);&quot;&gt;loan_application_id&lt;/span&gt;" vertex="1">
          <mxGeometry height="210" width="230" x="4189.5" y="1655" as="geometry" />
        </mxCell>
        <mxCell id="In8fDh9ZLN2M87an2Miy-78" edge="1" parent="1" source="In8fDh9ZLN2M87an2Miy-79" style="edgeStyle=orthogonalEdgeStyle;rounded=0;orthogonalLoop=1;jettySize=auto;html=1;" target="In8fDh9ZLN2M87an2Miy-80" value="">
          <mxGeometry relative="1" as="geometry" />
        </mxCell>
        <mxCell id="In8fDh9ZLN2M87an2Miy-79" parent="1" style="whiteSpace=wrap;html=1;" value="loan_application&lt;br&gt;success" vertex="1">
          <mxGeometry height="60" width="120" x="5616.37" y="1730" as="geometry" />
        </mxCell>
        <mxCell id="In8fDh9ZLN2M87an2Miy-132" edge="1" parent="1" source="In8fDh9ZLN2M87an2Miy-80" style="edgeStyle=orthogonalEdgeStyle;rounded=0;orthogonalLoop=1;jettySize=auto;html=1;" target="In8fDh9ZLN2M87an2Miy-131" value="">
          <mxGeometry relative="1" as="geometry" />
        </mxCell>
        <mxCell id="In8fDh9ZLN2M87an2Miy-80" parent="1" style="whiteSpace=wrap;html=1;" value="release &lt;br&gt;loan_limit.held_amount" vertex="1">
          <mxGeometry height="60" width="215" x="5568.87" y="1830" as="geometry" />
        </mxCell>
        <mxCell id="In8fDh9ZLN2M87an2Miy-95" edge="1" parent="1" source="In8fDh9ZLN2M87an2Miy-82" style="edgeStyle=orthogonalEdgeStyle;rounded=0;orthogonalLoop=1;jettySize=auto;html=1;" target="In8fDh9ZLN2M87an2Miy-94" value="">
          <mxGeometry relative="1" as="geometry" />
        </mxCell>
        <mxCell id="In8fDh9ZLN2M87an2Miy-82" parent="1" style="whiteSpace=wrap;html=1;" value="loan_application&lt;br&gt;next_retry_at = now + 5min" vertex="1">
          <mxGeometry height="60" width="170" x="5283.87" y="1890" as="geometry" />
        </mxCell>
        <mxCell id="In8fDh9ZLN2M87an2Miy-88" parent="1" style="whiteSpace=wrap;html=1;" value="create loan" vertex="1">
          <mxGeometry height="60" width="215" x="5568.87" y="2063.75" as="geometry" />
        </mxCell>
        <mxCell id="In8fDh9ZLN2M87an2Miy-94" parent="1" style="whiteSpace=wrap;html=1;" value="retry_count &amp;gt; 3&lt;br&gt;status = unknown" vertex="1">
          <mxGeometry height="60" width="120" x="5308.87" y="2010" as="geometry" />
        </mxCell>
        <mxCell id="In8fDh9ZLN2M87an2Miy-105" parent="1" style="rounded=0;whiteSpace=wrap;html=1;" value="Scheduler" vertex="1">
          <mxGeometry height="60" width="120" x="3220" y="1397.5" as="geometry" />
        </mxCell>
        <mxCell id="In8fDh9ZLN2M87an2Miy-127" edge="1" parent="1" source="In8fDh9ZLN2M87an2Miy-111" style="edgeStyle=orthogonalEdgeStyle;rounded=0;orthogonalLoop=1;jettySize=auto;html=1;" target="In8fDh9ZLN2M87an2Miy-126" value="">
          <mxGeometry relative="1" as="geometry" />
        </mxCell>
        <mxCell id="In8fDh9ZLN2M87an2Miy-135" edge="1" parent="1" source="In8fDh9ZLN2M87an2Miy-111" style="edgeStyle=orthogonalEdgeStyle;rounded=0;orthogonalLoop=1;jettySize=auto;html=1;entryX=0;entryY=0.5;entryDx=0;entryDy=0;" target="In8fDh9ZLN2M87an2Miy-222">
          <mxGeometry relative="1" as="geometry">
            <mxPoint x="4520" y="2280" as="targetPoint" />
          </mxGeometry>
        </mxCell>
        <mxCell id="In8fDh9ZLN2M87an2Miy-111" parent="1" style="rhombus;whiteSpace=wrap;html=1;" value="loan -&amp;gt; casa exists" vertex="1">
          <mxGeometry height="180" width="166.25" x="4219.5" y="2190" as="geometry" />
        </mxCell>
        <mxCell id="In8fDh9ZLN2M87an2Miy-113" parent="1" style="whiteSpace=wrap;html=1;" value="status = approved&lt;br&gt;processed_at = now&lt;br&gt;release held_amount&lt;br&gt;create loan" vertex="1">
          <mxGeometry height="72.5" width="130" x="5329.37" y="2243.75" as="geometry" />
        </mxCell>
        <mxCell id="In8fDh9ZLN2M87an2Miy-122" edge="1" parent="1" source="In8fDh9ZLN2M87an2Miy-118" style="edgeStyle=orthogonalEdgeStyle;rounded=0;orthogonalLoop=1;jettySize=auto;html=1;" target="In8fDh9ZLN2M87an2Miy-121" value="">
          <mxGeometry relative="1" as="geometry" />
        </mxCell>
        <mxCell id="In8fDh9ZLN2M87an2Miy-118" parent="1" style="whiteSpace=wrap;html=1;" value="row lock&lt;br&gt;loan_application" vertex="1">
          <mxGeometry height="60" width="120" x="4069.5" y="1402.5" as="geometry" />
        </mxCell>
        <mxCell id="In8fDh9ZLN2M87an2Miy-124" edge="1" parent="1" source="In8fDh9ZLN2M87an2Miy-121" style="edgeStyle=orthogonalEdgeStyle;rounded=0;orthogonalLoop=1;jettySize=auto;html=1;" target="In8fDh9ZLN2M87an2Miy-123" value="">
          <mxGeometry relative="1" as="geometry" />
        </mxCell>
        <mxCell id="In8fDh9ZLN2M87an2Miy-125" edge="1" parent="1" source="In8fDh9ZLN2M87an2Miy-121" style="edgeStyle=orthogonalEdgeStyle;rounded=0;orthogonalLoop=1;jettySize=auto;html=1;entryX=0.5;entryY=0;entryDx=0;entryDy=0;" target="In8fDh9ZLN2M87an2Miy-69">
          <mxGeometry relative="1" as="geometry" />
        </mxCell>
        <mxCell id="In8fDh9ZLN2M87an2Miy-121" parent="1" style="rhombus;whiteSpace=wrap;html=1;" value="processed_at &lt;br&gt;is not null" vertex="1">
          <mxGeometry height="115" width="110" x="4249.5" y="1375" as="geometry" />
        </mxCell>
        <mxCell id="In8fDh9ZLN2M87an2Miy-123" parent="1" style="whiteSpace=wrap;html=1;" value="skip processing" vertex="1">
          <mxGeometry height="60" width="120" x="4434.5" y="1402.5" as="geometry" />
        </mxCell>
        <mxCell id="In8fDh9ZLN2M87an2Miy-216" edge="1" parent="1" source="In8fDh9ZLN2M87an2Miy-126" style="edgeStyle=orthogonalEdgeStyle;rounded=0;orthogonalLoop=1;jettySize=auto;html=1;entryX=0.5;entryY=0;entryDx=0;entryDy=0;" target="In8fDh9ZLN2M87an2Miy-214">
          <mxGeometry relative="1" as="geometry" />
        </mxCell>
        <mxCell id="In8fDh9ZLN2M87an2Miy-126" parent="1" style="whiteSpace=wrap;html=1;" value="polaris&lt;br&gt;/loan/&lt;span style=&quot;white-space: pre-wrap; color: rgb(33, 33, 33); font-family: Inter, system-ui, -apple-system, &amp;quot;system-ui&amp;quot;, &amp;quot;Segoe UI&amp;quot;, Roboto, Oxygen, Ubuntu, Cantarell, &amp;quot;Fira Sans&amp;quot;, &amp;quot;Droid Sans&amp;quot;, Helvetica, Arial, sans-serif; text-align: left; background-color: rgb(255, 255, 255);&quot;&gt;grantLoanNonCash&lt;/span&gt;" vertex="1">
          <mxGeometry height="60" width="157.38" x="4223.93" y="2440" as="geometry" />
        </mxCell>
        <mxCell id="In8fDh9ZLN2M87an2Miy-130" parent="1" style="rounded=0;whiteSpace=wrap;html=1;fontSize=21;" value="WHERE TO TRIGGER CGW???" vertex="1">
          <mxGeometry height="290" width="450.63" x="5420" y="2815" as="geometry" />
        </mxCell>
        <mxCell id="In8fDh9ZLN2M87an2Miy-133" edge="1" parent="1" source="In8fDh9ZLN2M87an2Miy-131" style="edgeStyle=orthogonalEdgeStyle;rounded=0;orthogonalLoop=1;jettySize=auto;html=1;" target="In8fDh9ZLN2M87an2Miy-88" value="">
          <mxGeometry relative="1" as="geometry" />
        </mxCell>
        <mxCell id="In8fDh9ZLN2M87an2Miy-131" parent="1" style="whiteSpace=wrap;html=1;" value="processed_at = now" vertex="1">
          <mxGeometry height="60" width="120" x="5616.37" y="1942.5" as="geometry" />
        </mxCell>
        <mxCell id="In8fDh9ZLN2M87an2Miy-141" edge="1" parent="1" source="In8fDh9ZLN2M87an2Miy-134" style="edgeStyle=orthogonalEdgeStyle;rounded=0;orthogonalLoop=1;jettySize=auto;html=1;entryX=0;entryY=0.5;entryDx=0;entryDy=0;" target="In8fDh9ZLN2M87an2Miy-139">
          <mxGeometry relative="1" as="geometry" />
        </mxCell>
        <mxCell id="In8fDh9ZLN2M87an2Miy-145" edge="1" parent="1" source="In8fDh9ZLN2M87an2Miy-134" style="edgeStyle=orthogonalEdgeStyle;rounded=0;orthogonalLoop=1;jettySize=auto;html=1;" target="In8fDh9ZLN2M87an2Miy-144" value="">
          <mxGeometry relative="1" as="geometry" />
        </mxCell>
        <mxCell id="In8fDh9ZLN2M87an2Miy-134" parent="1" style="rhombus;whiteSpace=wrap;html=1;" value="casa -&amp;gt; domestic (CGW)&lt;br&gt;exists?" vertex="1">
          <mxGeometry height="180" width="190" x="4860" y="2190" as="geometry" />
        </mxCell>
        <mxCell id="In8fDh9ZLN2M87an2Miy-142" edge="1" parent="1" source="In8fDh9ZLN2M87an2Miy-139" style="edgeStyle=orthogonalEdgeStyle;rounded=0;orthogonalLoop=1;jettySize=auto;html=1;entryX=0;entryY=0.5;entryDx=0;entryDy=0;" target="In8fDh9ZLN2M87an2Miy-113">
          <mxGeometry relative="1" as="geometry" />
        </mxCell>
        <mxCell id="In8fDh9ZLN2M87an2Miy-227" edge="1" parent="1" source="In8fDh9ZLN2M87an2Miy-139" style="edgeStyle=orthogonalEdgeStyle;rounded=0;orthogonalLoop=1;jettySize=auto;html=1;entryX=1;entryY=0.5;entryDx=0;entryDy=0;" target="In8fDh9ZLN2M87an2Miy-225">
          <mxGeometry relative="1" as="geometry">
            <Array as="points">
              <mxPoint x="5196" y="2460" />
            </Array>
          </mxGeometry>
        </mxCell>
        <mxCell id="In8fDh9ZLN2M87an2Miy-139" parent="1" style="rhombus;whiteSpace=wrap;html=1;" value="casa -&amp;gt; domestic (CGW)&lt;br&gt;amount match" vertex="1">
          <mxGeometry height="180" width="172.5" x="5110" y="2190" as="geometry" />
        </mxCell>
        <mxCell id="In8fDh9ZLN2M87an2Miy-147" edge="1" parent="1" source="In8fDh9ZLN2M87an2Miy-144" style="edgeStyle=orthogonalEdgeStyle;rounded=0;orthogonalLoop=1;jettySize=auto;html=1;" target="In8fDh9ZLN2M87an2Miy-146" value="">
          <mxGeometry relative="1" as="geometry" />
        </mxCell>
        <mxCell id="In8fDh9ZLN2M87an2Miy-144" parent="1" style="whiteSpace=wrap;html=1;" value="Trigger CGW" vertex="1">
          <mxGeometry height="60" width="120" x="4895" y="2510" as="geometry" />
        </mxCell>
        <mxCell id="In8fDh9ZLN2M87an2Miy-148" edge="1" parent="1" source="In8fDh9ZLN2M87an2Miy-146" style="edgeStyle=orthogonalEdgeStyle;rounded=0;orthogonalLoop=1;jettySize=auto;html=1;entryX=0.5;entryY=1;entryDx=0;entryDy=0;" target="In8fDh9ZLN2M87an2Miy-113">
          <mxGeometry relative="1" as="geometry" />
        </mxCell>
        <mxCell id="In8fDh9ZLN2M87an2Miy-150" edge="1" parent="1" source="In8fDh9ZLN2M87an2Miy-146" style="edgeStyle=orthogonalEdgeStyle;rounded=0;orthogonalLoop=1;jettySize=auto;html=1;" target="In8fDh9ZLN2M87an2Miy-149" value="">
          <mxGeometry relative="1" as="geometry" />
        </mxCell>
        <mxCell id="In8fDh9ZLN2M87an2Miy-146" parent="1" style="rhombus;whiteSpace=wrap;html=1;" value="200" vertex="1">
          <mxGeometry height="80" width="80" x="5115" y="2500" as="geometry" />
        </mxCell>
        <mxCell id="In8fDh9ZLN2M87an2Miy-149" parent="1" style="whiteSpace=wrap;html=1;" value="next_retry_at = now + 5min" vertex="1">
          <mxGeometry height="60" width="155" x="5077.5" y="2650" as="geometry" />
        </mxCell>
        <mxCell id="In8fDh9ZLN2M87an2Miy-176" edge="1" parent="1" source="In8fDh9ZLN2M87an2Miy-152" style="edgeStyle=orthogonalEdgeStyle;rounded=0;orthogonalLoop=1;jettySize=auto;html=1;" target="In8fDh9ZLN2M87an2Miy-175" value="">
          <mxGeometry relative="1" as="geometry" />
        </mxCell>
        <mxCell id="In8fDh9ZLN2M87an2Miy-244" edge="1" parent="1" source="In8fDh9ZLN2M87an2Miy-152" style="edgeStyle=orthogonalEdgeStyle;rounded=0;orthogonalLoop=1;jettySize=auto;html=1;entryX=0;entryY=0.5;entryDx=0;entryDy=0;" target="In8fDh9ZLN2M87an2Miy-162">
          <mxGeometry relative="1" as="geometry" />
        </mxCell>
-         <mxCell id="In8fDh9ZLN2M87an2Miy-152" parent="1" style="rhombus;whiteSpace=wrap;html=1;" value="loan_application.amount &amp;lt;= line.available_amount&lt;br&gt;(hold amount does &lt;br&gt;not exceed available)" vertex="1">
-           <mxGeometry height="190" width="230" x="1000" y="1040" as="geometry" />
+         <mxCell id="In8fDh9ZLN2M87an2Miy-152" parent="1" style="rhombus;whiteSpace=wrap;html=1;align=center;" value="&lt;div style=&quot;&quot;&gt;&lt;span style=&quot;background-color: transparent; color: light-dark(rgb(0, 0, 0), rgb(255, 255, 255));&quot;&gt;&lt;b&gt;request amount &amp;lt;=&amp;nbsp;&lt;br&gt;&lt;/b&gt;&lt;/span&gt;&lt;span style=&quot;font-weight: 700; background-color: transparent; color: light-dark(rgb(0, 0, 0), rgb(255, 255, 255));&quot;&gt;credit_line_accounts.available_amount&lt;/span&gt;&lt;/div&gt;" vertex="1">
+           <mxGeometry height="285" width="270" x="990" y="992.5" as="geometry" />
        </mxCell>
        <mxCell id="In8fDh9ZLN2M87an2Miy-243" edge="1" parent="1" source="In8fDh9ZLN2M87an2Miy-161" style="edgeStyle=orthogonalEdgeStyle;rounded=0;orthogonalLoop=1;jettySize=auto;html=1;entryX=0;entryY=0.5;entryDx=0;entryDy=0;" target="In8fDh9ZLN2M87an2Miy-152">
          <mxGeometry relative="1" as="geometry" />
        </mxCell>
-         <mxCell id="In8fDh9ZLN2M87an2Miy-161" parent="1" style="rounded=0;whiteSpace=wrap;html=1;" value="loan account row lock" vertex="1">
-           <mxGeometry height="60" width="145" x="735" y="1105" as="geometry" />
+         <mxCell id="In8fDh9ZLN2M87an2Miy-161" parent="1" style="rounded=0;whiteSpace=wrap;html=1;" value="&lt;span style=&quot;font-weight: 700;&quot;&gt;credit_line_accounts&lt;br&gt;&lt;/span&gt;row lock" vertex="1">
+           <mxGeometry height="60" width="145" x="732.5" y="1105" as="geometry" />
        </mxCell>
        <mxCell id="In8fDh9ZLN2M87an2Miy-165" edge="1" parent="1" source="In8fDh9ZLN2M87an2Miy-162" style="edgeStyle=orthogonalEdgeStyle;rounded=0;orthogonalLoop=1;jettySize=auto;html=1;" target="In8fDh9ZLN2M87an2Miy-12">
          <mxGeometry relative="1" as="geometry" />
        </mxCell>
-         <mxCell id="In8fDh9ZLN2M87an2Miy-162" parent="1" style="rounded=0;whiteSpace=wrap;html=1;" value="&lt;span style=&quot;font-weight: 700; text-align: left;&quot;&gt;ROWLOCK - loan_limits.held_amount += amount&lt;/span&gt;" vertex="1">
-           <mxGeometry height="60" width="215" x="1345" y="1105" as="geometry" />
+         <mxCell id="In8fDh9ZLN2M87an2Miy-162" parent="1" style="rounded=0;whiteSpace=wrap;html=1;" value="&lt;span style=&quot;font-weight: 700; text-align: left;&quot;&gt;ROWLOCK - &lt;br&gt;credit_line_accounts.reserved_amount += amount&lt;/span&gt;" vertex="1">
+           <mxGeometry height="60" width="250" x="1320" y="1105" as="geometry" />
        </mxCell>
        <mxCell id="In8fDh9ZLN2M87an2Miy-174" parent="1" style="text;html=1;whiteSpace=wrap;strokeColor=none;fillColor=none;align=center;verticalAlign=middle;rounded=0;" value="&lt;div style=&quot;background-color:#ffffff;color:#080808&quot;&gt;&lt;pre style=&quot;font-family:&#39;JetBrains Mono&#39;,monospace;font-size:9.8pt;&quot;&gt;&lt;span style=&quot;color:#9e880d;&quot;&gt;@Transactional&lt;/span&gt;(propagation = &lt;span style=&quot;color:#000000;&quot;&gt;Propagation&lt;/span&gt;.&lt;span style=&quot;color:#871094;font-style:italic;&quot;&gt;REQUIRES_NEW&lt;/span&gt;)&lt;/pre&gt;&lt;/div&gt;" vertex="1">
-           <mxGeometry height="30" width="240" x="1010" y="980" as="geometry" />
+           <mxGeometry height="30" width="240" x="1005" y="900" as="geometry" />
        </mxCell>
        <mxCell id="In8fDh9ZLN2M87an2Miy-175" parent="1" style="whiteSpace=wrap;html=1;" value="Rollback, return error" vertex="1">
          <mxGeometry height="60" width="132.5" x="1048.75" y="1352.5" as="geometry" />
        </mxCell>
        <mxCell id="In8fDh9ZLN2M87an2Miy-185" parent="1" style="whiteSpace=wrap;html=1;fontStyle=0;startSize=30;horizontal=1;" value="return success to client&lt;br&gt;(&quot;Request succeeded, will be processed within 5-10 mins&quot;?)" vertex="1">
-           <mxGeometry height="162.5" width="210" x="2050" y="1056.25" as="geometry" />
+           <mxGeometry height="162.5" width="210" x="2050" y="1053.75" as="geometry" />
        </mxCell>
        <mxCell id="In8fDh9ZLN2M87an2Miy-189" parent="1" style="text;html=1;whiteSpace=wrap;strokeColor=none;fillColor=none;align=center;verticalAlign=middle;rounded=0;fontSize=26;" value="&lt;div style=&quot;background-color:#ffffff;color:#080808&quot;&gt;&lt;pre style=&quot;font-family: &amp;quot;JetBrains Mono&amp;quot;, monospace;&quot;&gt;&lt;span style=&quot;color:#9e880d;&quot;&gt;@Transactional&lt;/span&gt;(propagation = &lt;span style=&quot;color:#000000;&quot;&gt;Propagation&lt;/span&gt;.&lt;span style=&quot;color:#871094;font-style:italic;&quot;&gt;REQUIRES_NEW&lt;/span&gt;)&lt;/pre&gt;&lt;/div&gt;" vertex="1">
          <mxGeometry height="30" width="240" x="4918.87" y="1265" as="geometry" />
        </mxCell>
        <mxCell id="In8fDh9ZLN2M87an2Miy-198" parent="1" style="text;html=1;whiteSpace=wrap;strokeColor=none;fillColor=none;align=center;verticalAlign=middle;rounded=0;fontSize=32;" value="BNPL request flow" vertex="1">
          <mxGeometry height="30" width="470" x="-80" y="2930" as="geometry" />
        </mxCell>
        <mxCell id="In8fDh9ZLN2M87an2Miy-199" edge="1" parent="1" source="In8fDh9ZLN2M87an2Miy-200" style="edgeStyle=orthogonalEdgeStyle;rounded=0;orthogonalLoop=1;jettySize=auto;html=1;" target="In8fDh9ZLN2M87an2Miy-202" value="">
          <mxGeometry relative="1" as="geometry" />
        </mxCell>
        <mxCell id="In8fDh9ZLN2M87an2Miy-200" parent="1" style="shape=umlActor;verticalLabelPosition=bottom;verticalAlign=top;html=1;outlineConnect=0;" value="Actor" vertex="1">
          <mxGeometry height="60" width="30" x="20" y="3135" as="geometry" />
        </mxCell>
        <mxCell id="In8fDh9ZLN2M87an2Miy-201" edge="1" parent="1" source="In8fDh9ZLN2M87an2Miy-202" style="edgeStyle=orthogonalEdgeStyle;rounded=0;orthogonalLoop=1;jettySize=auto;html=1;entryX=0.011;entryY=0.06;entryDx=0;entryDy=0;entryPerimeter=0;" target="In8fDh9ZLN2M87an2Miy-209" value="">
          <mxGeometry relative="1" as="geometry">
            <mxPoint x="440" y="3165" as="targetPoint" />
          </mxGeometry>
        </mxCell>
        <mxCell id="In8fDh9ZLN2M87an2Miy-202" parent="1" style="whiteSpace=wrap;html=1;verticalAlign=top;" value="&lt;div&gt;&lt;br&gt;&lt;/div&gt;&lt;div&gt;One tap loan&lt;/div&gt;" vertex="1">
          <mxGeometry height="60" width="120" x="230" y="3135" as="geometry" />
        </mxCell>
        <mxCell id="In8fDh9ZLN2M87an2Miy-203" edge="1" parent="1" source="In8fDh9ZLN2M87an2Miy-205" style="edgeStyle=orthogonalEdgeStyle;rounded=0;orthogonalLoop=1;jettySize=auto;html=1;" target="In8fDh9ZLN2M87an2Miy-206" value="">
          <mxGeometry relative="1" as="geometry" />
        </mxCell>
        <mxCell id="In8fDh9ZLN2M87an2Miy-204" connectable="0" parent="In8fDh9ZLN2M87an2Miy-203" style="edgeLabel;html=1;align=center;verticalAlign=middle;resizable=0;points=[];" value="0" vertex="1">
          <mxGeometry relative="1" x="-0.2091" y="-1" as="geometry">
            <mxPoint as="offset" />
          </mxGeometry>
        </mxCell>
        <mxCell id="In8fDh9ZLN2M87an2Miy-213" edge="1" parent="1" source="In8fDh9ZLN2M87an2Miy-205" style="edgeStyle=orthogonalEdgeStyle;rounded=0;orthogonalLoop=1;jettySize=auto;html=1;" target="In8fDh9ZLN2M87an2Miy-212" value="">
          <mxGeometry relative="1" as="geometry" />
        </mxCell>
        <mxCell id="In8fDh9ZLN2M87an2Miy-205" parent="1" style="rhombus;whiteSpace=wrap;html=1;verticalAlign=top;" value="&lt;br&gt;&lt;br&gt;&lt;div&gt;&lt;br&gt;&lt;/div&gt;&lt;div&gt;Loan validation&lt;br&gt;success&lt;/div&gt;" vertex="1">
          <mxGeometry height="120" width="140" x="720" y="3105" as="geometry" />
        </mxCell>
        <mxCell id="In8fDh9ZLN2M87an2Miy-206" parent="1" style="whiteSpace=wrap;html=1;verticalAlign=middle;" value="Return err message" vertex="1">
          <mxGeometry height="60" width="120" x="730" y="3305" as="geometry" />
        </mxCell>
        <mxCell id="In8fDh9ZLN2M87an2Miy-207" edge="1" parent="1" source="In8fDh9ZLN2M87an2Miy-208" style="edgeStyle=orthogonalEdgeStyle;rounded=0;orthogonalLoop=1;jettySize=auto;html=1;entryX=0;entryY=0.5;entryDx=0;entryDy=0;" target="In8fDh9ZLN2M87an2Miy-205">
          <mxGeometry relative="1" as="geometry" />
        </mxCell>
        <mxCell id="In8fDh9ZLN2M87an2Miy-208" parent="1" style="swimlane;fontStyle=0;childLayout=stackLayout;horizontal=1;startSize=30;horizontalStack=0;resizeParent=1;resizeParentMax=0;resizeLast=0;collapsible=1;marginBottom=0;whiteSpace=wrap;html=1;" value="Validations" vertex="1">
          <mxGeometry height="120" width="140" x="460" y="3135" as="geometry" />
        </mxCell>
        <mxCell id="In8fDh9ZLN2M87an2Miy-209" parent="In8fDh9ZLN2M87an2Miy-208" style="text;strokeColor=none;fillColor=none;align=left;verticalAlign=middle;spacingLeft=4;spacingRight=4;overflow=hidden;points=[[0,0.5],[1,0.5]];portConstraint=eastwest;rotatable=0;whiteSpace=wrap;html=1;" value="user status" vertex="1">
          <mxGeometry height="30" width="140" y="30" as="geometry" />
        </mxCell>
        <mxCell id="In8fDh9ZLN2M87an2Miy-210" parent="In8fDh9ZLN2M87an2Miy-208" style="text;strokeColor=none;fillColor=none;align=left;verticalAlign=middle;spacingLeft=4;spacingRight=4;overflow=hidden;points=[[0,0.5],[1,0.5]];portConstraint=eastwest;rotatable=0;whiteSpace=wrap;html=1;" value="kyc status" vertex="1">
          <mxGeometry height="30" width="140" y="60" as="geometry" />
        </mxCell>
        <mxCell id="In8fDh9ZLN2M87an2Miy-211" parent="In8fDh9ZLN2M87an2Miy-208" style="text;strokeColor=none;fillColor=none;align=left;verticalAlign=middle;spacingLeft=4;spacingRight=4;overflow=hidden;points=[[0,0.5],[1,0.5]];portConstraint=eastwest;rotatable=0;whiteSpace=wrap;html=1;" value="loan limit status" vertex="1">
          <mxGeometry height="30" width="140" y="90" as="geometry" />
        </mxCell>
        <mxCell id="In8fDh9ZLN2M87an2Miy-212" parent="1" style="whiteSpace=wrap;html=1;verticalAlign=middle;" value="Same as one-tap ??" vertex="1">
          <mxGeometry height="60" width="120" x="950" y="3135" as="geometry" />
        </mxCell>
        <mxCell id="In8fDh9ZLN2M87an2Miy-218" edge="1" parent="1" source="In8fDh9ZLN2M87an2Miy-214" style="edgeStyle=orthogonalEdgeStyle;rounded=0;orthogonalLoop=1;jettySize=auto;html=1;entryX=0;entryY=0.5;entryDx=0;entryDy=0;" target="In8fDh9ZLN2M87an2Miy-134">
          <mxGeometry relative="1" as="geometry">
            <Array as="points">
              <mxPoint x="4860" y="2630" />
            </Array>
          </mxGeometry>
        </mxCell>
        <mxCell id="In8fDh9ZLN2M87an2Miy-221" edge="1" parent="1" source="In8fDh9ZLN2M87an2Miy-214" style="edgeStyle=orthogonalEdgeStyle;rounded=0;orthogonalLoop=1;jettySize=auto;html=1;entryX=0;entryY=0.5;entryDx=0;entryDy=0;" target="In8fDh9ZLN2M87an2Miy-149">
          <mxGeometry relative="1" as="geometry">
            <Array as="points">
              <mxPoint x="4303" y="2680" />
            </Array>
          </mxGeometry>
        </mxCell>
        <mxCell id="In8fDh9ZLN2M87an2Miy-214" parent="1" style="rhombus;whiteSpace=wrap;html=1;" value="200" vertex="1">
          <mxGeometry height="80" width="80" x="4262.62" y="2590" as="geometry" />
        </mxCell>
        <mxCell id="In8fDh9ZLN2M87an2Miy-223" edge="1" parent="1" source="In8fDh9ZLN2M87an2Miy-222" style="edgeStyle=orthogonalEdgeStyle;rounded=0;orthogonalLoop=1;jettySize=auto;html=1;" target="In8fDh9ZLN2M87an2Miy-134">
          <mxGeometry relative="1" as="geometry" />
        </mxCell>
        <mxCell id="In8fDh9ZLN2M87an2Miy-226" edge="1" parent="1" source="In8fDh9ZLN2M87an2Miy-222" style="edgeStyle=orthogonalEdgeStyle;rounded=0;orthogonalLoop=1;jettySize=auto;html=1;" target="In8fDh9ZLN2M87an2Miy-225" value="">
          <mxGeometry relative="1" as="geometry" />
        </mxCell>
        <mxCell id="In8fDh9ZLN2M87an2Miy-222" parent="1" style="rhombus;whiteSpace=wrap;html=1;" value="loan -&amp;gt; casa &lt;br&gt;amount match" vertex="1">
          <mxGeometry height="156.25" width="155" x="4561.37" y="2201.88" as="geometry" />
        </mxCell>
        <mxCell id="In8fDh9ZLN2M87an2Miy-225" parent="1" style="whiteSpace=wrap;html=1;" value="status = manual_review??" vertex="1">
          <mxGeometry height="60" width="120" x="4578.87" y="2429.995" as="geometry" />
        </mxCell>
        <mxCell id="In8fDh9ZLN2M87an2Miy-234" edge="1" parent="1" source="In8fDh9ZLN2M87an2Miy-228" style="edgeStyle=orthogonalEdgeStyle;rounded=0;orthogonalLoop=1;jettySize=auto;html=1;" target="In8fDh9ZLN2M87an2Miy-233" value="">
          <mxGeometry relative="1" as="geometry" />
        </mxCell>
        <mxCell id="In8fDh9ZLN2M87an2Miy-245" edge="1" parent="1" source="In8fDh9ZLN2M87an2Miy-228" style="edgeStyle=orthogonalEdgeStyle;rounded=0;orthogonalLoop=1;jettySize=auto;html=1;entryX=0;entryY=0.5;entryDx=0;entryDy=0;" target="In8fDh9ZLN2M87an2Miy-161">
          <mxGeometry relative="1" as="geometry" />
        </mxCell>
        <mxCell id="In8fDh9ZLN2M87an2Miy-228" parent="1" style="rhombus;whiteSpace=wrap;html=1;" value="Polaris&lt;br&gt;/line/&lt;span style=&quot;color: rgb(33, 33, 33); font-family: Inter, system-ui, -apple-system, &amp;quot;system-ui&amp;quot;, &amp;quot;Segoe UI&amp;quot;, Roboto, Oxygen, Ubuntu, Cantarell, &amp;quot;Fira Sans&amp;quot;, &amp;quot;Droid Sans&amp;quot;, Helvetica, Arial, sans-serif; text-align: left; white-space: pre-wrap; background-color: rgb(255, 255, 255);&quot;&gt;getAccountDetail&lt;/span&gt;&lt;br&gt;200" vertex="1">
-           <mxGeometry height="225" width="250" x="315" y="1020" as="geometry" />
+           <mxGeometry height="225" width="250" x="315" y="1022.5" as="geometry" />
        </mxCell>
        <mxCell id="In8fDh9ZLN2M87an2Miy-236" edge="1" parent="1" source="In8fDh9ZLN2M87an2Miy-233" style="edgeStyle=orthogonalEdgeStyle;rounded=0;orthogonalLoop=1;jettySize=auto;html=1;" target="In8fDh9ZLN2M87an2Miy-235" value="">
          <mxGeometry relative="1" as="geometry" />
        </mxCell>
        <mxCell id="In8fDh9ZLN2M87an2Miy-242" edge="1" parent="1" source="In8fDh9ZLN2M87an2Miy-233" style="edgeStyle=orthogonalEdgeStyle;rounded=0;orthogonalLoop=1;jettySize=auto;html=1;entryX=0;entryY=0.5;entryDx=0;entryDy=0;" target="In8fDh9ZLN2M87an2Miy-241" value="">
          <mxGeometry relative="1" as="geometry">
            <mxPoint x="510" y="1372.5" as="targetPoint" />
          </mxGeometry>
        </mxCell>
        <mxCell id="In8fDh9ZLN2M87an2Miy-233" parent="1" style="rhombus;whiteSpace=wrap;html=1;" value="501" vertex="1">
          <mxGeometry height="80" width="80" x="400" y="1332.5" as="geometry" />
        </mxCell>
        <mxCell id="In8fDh9ZLN2M87an2Miy-238" edge="1" parent="1" source="In8fDh9ZLN2M87an2Miy-235" style="edgeStyle=orthogonalEdgeStyle;rounded=0;orthogonalLoop=1;jettySize=auto;html=1;entryX=0;entryY=0.5;entryDx=0;entryDy=0;" target="In8fDh9ZLN2M87an2Miy-237" value="">
          <mxGeometry relative="1" as="geometry">
            <mxPoint x="580" y="1555" as="targetPoint" />
          </mxGeometry>
        </mxCell>
        <mxCell id="In8fDh9ZLN2M87an2Miy-240" edge="1" parent="1" source="In8fDh9ZLN2M87an2Miy-235" style="edgeStyle=orthogonalEdgeStyle;rounded=0;orthogonalLoop=1;jettySize=auto;html=1;" target="In8fDh9ZLN2M87an2Miy-239" value="">
          <mxGeometry relative="1" as="geometry" />
        </mxCell>
        <mxCell id="In8fDh9ZLN2M87an2Miy-235" parent="1" style="rhombus;whiteSpace=wrap;html=1;" value="timeout, http err" vertex="1">
          <mxGeometry height="125" width="120" x="380" y="1492.5" as="geometry" />
        </mxCell>
        <mxCell id="In8fDh9ZLN2M87an2Miy-237" parent="1" style="whiteSpace=wrap;html=1;" value="return err msg&lt;br&gt;try again" vertex="1">
          <mxGeometry height="60" width="120" x="600" y="1525" as="geometry" />
        </mxCell>
        <mxCell id="In8fDh9ZLN2M87an2Miy-239" parent="1" style="whiteSpace=wrap;html=1;" value="return err msg&lt;br&gt;try again?" vertex="1">
-           <mxGeometry height="60" width="120" x="260" y="1730" as="geometry" />
+           <mxGeometry height="60" width="120" x="380" y="1680" as="geometry" />
        </mxCell>
        <mxCell id="In8fDh9ZLN2M87an2Miy-241" parent="1" style="whiteSpace=wrap;html=1;" value="return err msg" vertex="1">
          <mxGeometry height="60" width="120" x="590" y="1342.5" as="geometry" />
        </mxCell>
        <mxCell id="P7TJZT1PVnBYbLh7lMs1-3" parent="1" style="whiteSpace=wrap;html=1;rounded=0;" value="Polaris&lt;br&gt;/line/openAccount" vertex="1">
          <mxGeometry height="60" width="120" x="2420" y="210" as="geometry" />
        </mxCell>
        <mxCell id="P7TJZT1PVnBYbLh7lMs1-5" parent="1" style="swimlane;fontStyle=0;childLayout=stackLayout;horizontal=1;startSize=30;horizontalStack=0;resizeParent=1;resizeParentMax=0;resizeLast=0;collapsible=1;marginBottom=0;whiteSpace=wrap;html=1;" value="expected calls in order:" vertex="1">
          <mxGeometry height="210" width="270" x="3160" y="1991.88" as="geometry" />
        </mxCell>
        <mxCell id="P7TJZT1PVnBYbLh7lMs1-6" parent="P7TJZT1PVnBYbLh7lMs1-5" style="text;strokeColor=none;fillColor=none;align=left;verticalAlign=middle;spacingLeft=4;spacingRight=4;overflow=hidden;points=[[0,0.5],[1,0.5]];portConstraint=eastwest;rotatable=0;whiteSpace=wrap;html=1;" value="&lt;span style=&quot;text-align: center;&quot;&gt;/loan/createAccount - no retry&lt;/span&gt;" vertex="1">
          <mxGeometry height="30" width="270" y="30" as="geometry" />
        </mxCell>
        <mxCell id="P7TJZT1PVnBYbLh7lMs1-7" parent="P7TJZT1PVnBYbLh7lMs1-5" style="text;strokeColor=none;fillColor=none;align=left;verticalAlign=middle;spacingLeft=4;spacingRight=4;overflow=hidden;points=[[0,0.5],[1,0.5]];portConstraint=eastwest;rotatable=0;whiteSpace=wrap;html=1;" value="&lt;span style=&quot;text-align: center;&quot;&gt;/loan/&lt;/span&gt;&lt;span style=&quot;background-color: rgb(252, 246, 219); color: rgb(0, 0, 0); font-family: &amp;quot;Anonymous Pro&amp;quot;, Menlo, Consolas, &amp;quot;Bitstream Vera Sans Mono&amp;quot;, &amp;quot;Courier New&amp;quot;, monospace; font-size: 0.9em;&quot;&gt;createNrsSchedule - retry&lt;/span&gt;" vertex="1">
          <mxGeometry height="30" width="270" y="60" as="geometry" />
        </mxCell>
        <mxCell id="P7TJZT1PVnBYbLh7lMs1-8" parent="P7TJZT1PVnBYbLh7lMs1-5" style="text;strokeColor=none;fillColor=none;align=left;verticalAlign=middle;spacingLeft=4;spacingRight=4;overflow=hidden;points=[[0,0.5],[1,0.5]];portConstraint=eastwest;rotatable=0;whiteSpace=wrap;html=1;" value="&lt;span style=&quot;text-align: center;&quot;&gt;/loan/openAccount - retry&lt;/span&gt;" vertex="1">
          <mxGeometry height="30" width="270" y="90" as="geometry" />
        </mxCell>
        <mxCell id="P7TJZT1PVnBYbLh7lMs1-9" parent="P7TJZT1PVnBYbLh7lMs1-5" style="text;strokeColor=none;fillColor=none;align=left;verticalAlign=middle;spacingLeft=4;spacingRight=4;overflow=hidden;points=[[0,0.5],[1,0.5]];portConstraint=eastwest;rotatable=0;whiteSpace=wrap;html=1;" value="&lt;span style=&quot;font-family: &amp;quot;Anonymous Pro&amp;quot;, Menlo, Consolas, &amp;quot;Bitstream Vera Sans Mono&amp;quot;, &amp;quot;Courier New&amp;quot;, monospace; font-size: 10.8px; white-space: pre-wrap;&quot;&gt;&lt;font style=&quot;color: light-dark(rgb(237, 237, 237), rgb(255, 255, 255));&quot;&gt;/line/linkLineAccountToLoan - retry?&lt;/font&gt;&lt;/span&gt;" vertex="1">
          <mxGeometry height="30" width="270" y="120" as="geometry" />
        </mxCell>
        <mxCell id="P7TJZT1PVnBYbLh7lMs1-10" parent="P7TJZT1PVnBYbLh7lMs1-5" style="text;strokeColor=none;fillColor=none;align=left;verticalAlign=middle;spacingLeft=4;spacingRight=4;overflow=hidden;points=[[0,0.5],[1,0.5]];portConstraint=eastwest;rotatable=0;whiteSpace=wrap;html=1;" value="&lt;span style=&quot;text-align: center;&quot;&gt;/loan/&lt;/span&gt;&lt;span style=&quot;white-space: pre-wrap; color: rgb(33, 33, 33); font-family: Inter, system-ui, -apple-system, &amp;quot;system-ui&amp;quot;, &amp;quot;Segoe UI&amp;quot;, Roboto, Oxygen, Ubuntu, Cantarell, &amp;quot;Fira Sans&amp;quot;, &amp;quot;Droid Sans&amp;quot;, Helvetica, Arial, sans-serif; background-color: rgb(255, 255, 255);&quot;&gt;grantLoanNonCash - retry&lt;/span&gt;" vertex="1">
          <mxGeometry height="30" width="270" y="150" as="geometry" />
        </mxCell>
        <mxCell id="P7TJZT1PVnBYbLh7lMs1-11" parent="P7TJZT1PVnBYbLh7lMs1-5" style="text;strokeColor=none;fillColor=none;align=left;verticalAlign=middle;spacingLeft=4;spacingRight=4;overflow=hidden;points=[[0,0.5],[1,0.5]];portConstraint=eastwest;rotatable=0;whiteSpace=wrap;html=1;" value="&lt;font face=&quot;Inter, system-ui, -apple-system, system-ui, Segoe UI, Roboto, Oxygen, Ubuntu, Cantarell, Fira Sans, Droid Sans, Helvetica, Arial, sans-serif&quot; style=&quot;color: light-dark(rgb(188, 188, 188), rgb(255, 255, 255));&quot;&gt;&lt;span style=&quot;white-space-collapse: preserve;&quot;&gt;CGW Trigger ??&lt;/span&gt;&lt;/font&gt;" vertex="1">
          <mxGeometry height="30" width="270" y="180" as="geometry" />
        </mxCell>
        <mxCell id="P7TJZT1PVnBYbLh7lMs1-17" edge="1" parent="1" source="P7TJZT1PVnBYbLh7lMs1-15" style="edgeStyle=orthogonalEdgeStyle;rounded=0;orthogonalLoop=1;jettySize=auto;html=1;" target="P7TJZT1PVnBYbLh7lMs1-16" value="">
          <mxGeometry relative="1" as="geometry" />
        </mxCell>
        <mxCell id="P7TJZT1PVnBYbLh7lMs1-15" parent="1" style="rounded=0;whiteSpace=wrap;html=1;" value="/loan/&lt;span style=&quot;background-color: rgb(252, 246, 219); color: rgb(0, 0, 0); font-family: &amp;quot;Anonymous Pro&amp;quot;, Menlo, Consolas, &amp;quot;Bitstream Vera Sans Mono&amp;quot;, &amp;quot;Courier New&amp;quot;, monospace; font-size: 0.9em; text-align: start;&quot;&gt;getCustomerLoanAccountList&lt;/span&gt;" vertex="1">
          <mxGeometry height="60" width="270" x="2890" y="2243.75" as="geometry" />
        </mxCell>
        <mxCell id="P7TJZT1PVnBYbLh7lMs1-23" edge="1" parent="1" source="P7TJZT1PVnBYbLh7lMs1-16" style="edgeStyle=orthogonalEdgeStyle;rounded=0;orthogonalLoop=1;jettySize=auto;html=1;" target="P7TJZT1PVnBYbLh7lMs1-22" value="">
          <mxGeometry relative="1" as="geometry" />
        </mxCell>
        <mxCell id="P7TJZT1PVnBYbLh7lMs1-33" edge="1" parent="1" source="P7TJZT1PVnBYbLh7lMs1-16" style="edgeStyle=orthogonalEdgeStyle;rounded=0;orthogonalLoop=1;jettySize=auto;html=1;" target="P7TJZT1PVnBYbLh7lMs1-32" value="">
          <mxGeometry relative="1" as="geometry" />
        </mxCell>
        <mxCell id="P7TJZT1PVnBYbLh7lMs1-16" parent="1" style="rhombus;whiteSpace=wrap;html=1;rounded=0;" value="product match&lt;br&gt;amount match&lt;br&gt;status = new" vertex="1">
          <mxGeometry height="190" width="190" x="2930" y="2371.87" as="geometry" />
        </mxCell>
        <mxCell id="P7TJZT1PVnBYbLh7lMs1-25" edge="1" parent="1" source="P7TJZT1PVnBYbLh7lMs1-22" style="edgeStyle=orthogonalEdgeStyle;rounded=0;orthogonalLoop=1;jettySize=auto;html=1;" target="P7TJZT1PVnBYbLh7lMs1-24" value="">
          <mxGeometry relative="1" as="geometry" />
        </mxCell>
        <mxCell id="P7TJZT1PVnBYbLh7lMs1-22" parent="1" style="whiteSpace=wrap;html=1;rounded=0;" value="/loan/&lt;span style=&quot;background-color: rgb(252, 246, 219); color: rgb(0, 0, 0); font-family: &amp;quot;Anonymous Pro&amp;quot;, Menlo, Consolas, &amp;quot;Bitstream Vera Sans Mono&amp;quot;, &amp;quot;Courier New&amp;quot;, monospace; font-size: 0.9em; text-align: start;&quot;&gt;getNrsSchedule&lt;/span&gt;" vertex="1">
          <mxGeometry height="60" width="215" x="3200" y="2436.87" as="geometry" />
        </mxCell>
        <mxCell id="P7TJZT1PVnBYbLh7lMs1-29" edge="1" parent="1" source="P7TJZT1PVnBYbLh7lMs1-24" style="edgeStyle=orthogonalEdgeStyle;rounded=0;orthogonalLoop=1;jettySize=auto;html=1;" target="P7TJZT1PVnBYbLh7lMs1-28" value="">
          <mxGeometry relative="1" as="geometry" />
        </mxCell>
        <mxCell id="P7TJZT1PVnBYbLh7lMs1-31" edge="1" parent="1" source="P7TJZT1PVnBYbLh7lMs1-24" style="edgeStyle=orthogonalEdgeStyle;rounded=0;orthogonalLoop=1;jettySize=auto;html=1;" target="P7TJZT1PVnBYbLh7lMs1-30" value="">
          <mxGeometry relative="1" as="geometry" />
        </mxCell>
        <mxCell id="P7TJZT1PVnBYbLh7lMs1-24" parent="1" style="rhombus;whiteSpace=wrap;html=1;rounded=0;" value="schedule match?" vertex="1">
          <mxGeometry height="115" width="110" x="3510" y="2409.37" as="geometry" />
        </mxCell>
        <mxCell id="P7TJZT1PVnBYbLh7lMs1-28" parent="1" style="whiteSpace=wrap;html=1;rounded=0;" value="/loan/openAccount&amp;nbsp;" vertex="1">
          <mxGeometry height="60" width="155" x="3695" y="2436.87" as="geometry" />
        </mxCell>
        <mxCell id="P7TJZT1PVnBYbLh7lMs1-30" parent="1" style="whiteSpace=wrap;html=1;rounded=0;" value="/loan/&lt;span style=&quot;background-color: rgb(252, 246, 219); color: rgb(0, 0, 0); font-family: &amp;quot;Anonymous Pro&amp;quot;, Menlo, Consolas, &amp;quot;Bitstream Vera Sans Mono&amp;quot;, &amp;quot;Courier New&amp;quot;, monospace; font-size: 0.9em; text-align: start;&quot;&gt;updateNrsSchedule&lt;/span&gt;" vertex="1">
          <mxGeometry height="60" width="195" x="3467.5" y="2631.87" as="geometry" />
        </mxCell>
        <mxCell id="P7TJZT1PVnBYbLh7lMs1-32" parent="1" style="rhombus;whiteSpace=wrap;html=1;rounded=0;" value="product match&lt;br&gt;amount match&lt;br&gt;status = active" vertex="1">
          <mxGeometry height="213.13" width="213.13" x="2918.43" y="2696.87" as="geometry" />
        </mxCell>
      </root>
    </mxGraphModel>
  </diagram>
</mxfile>
